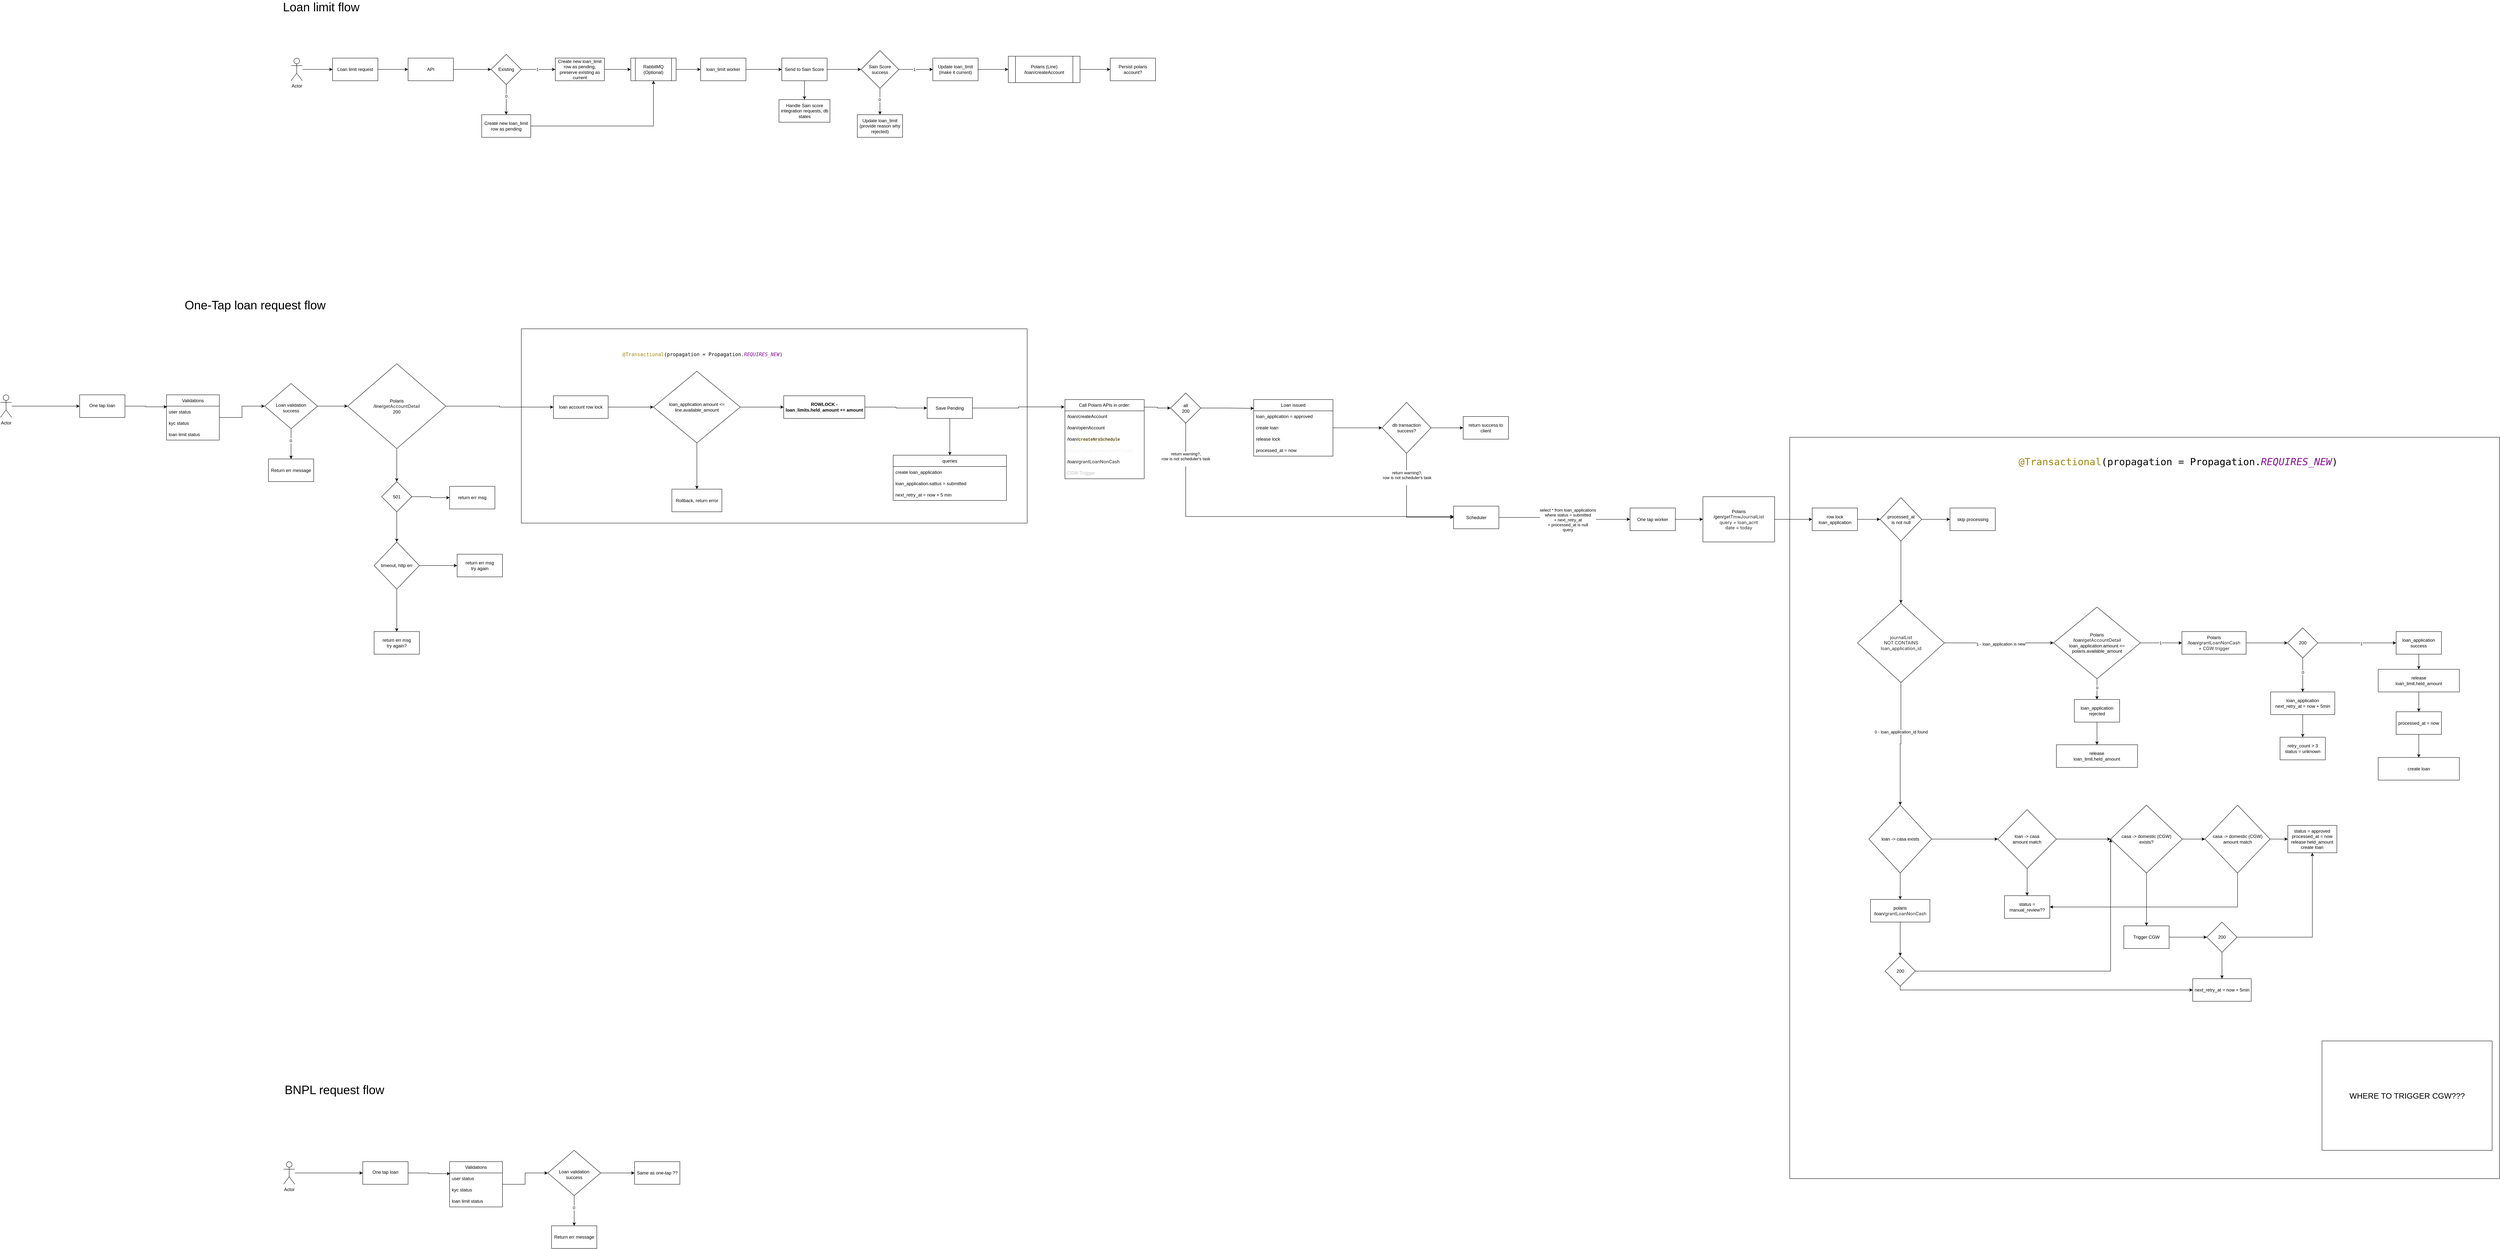
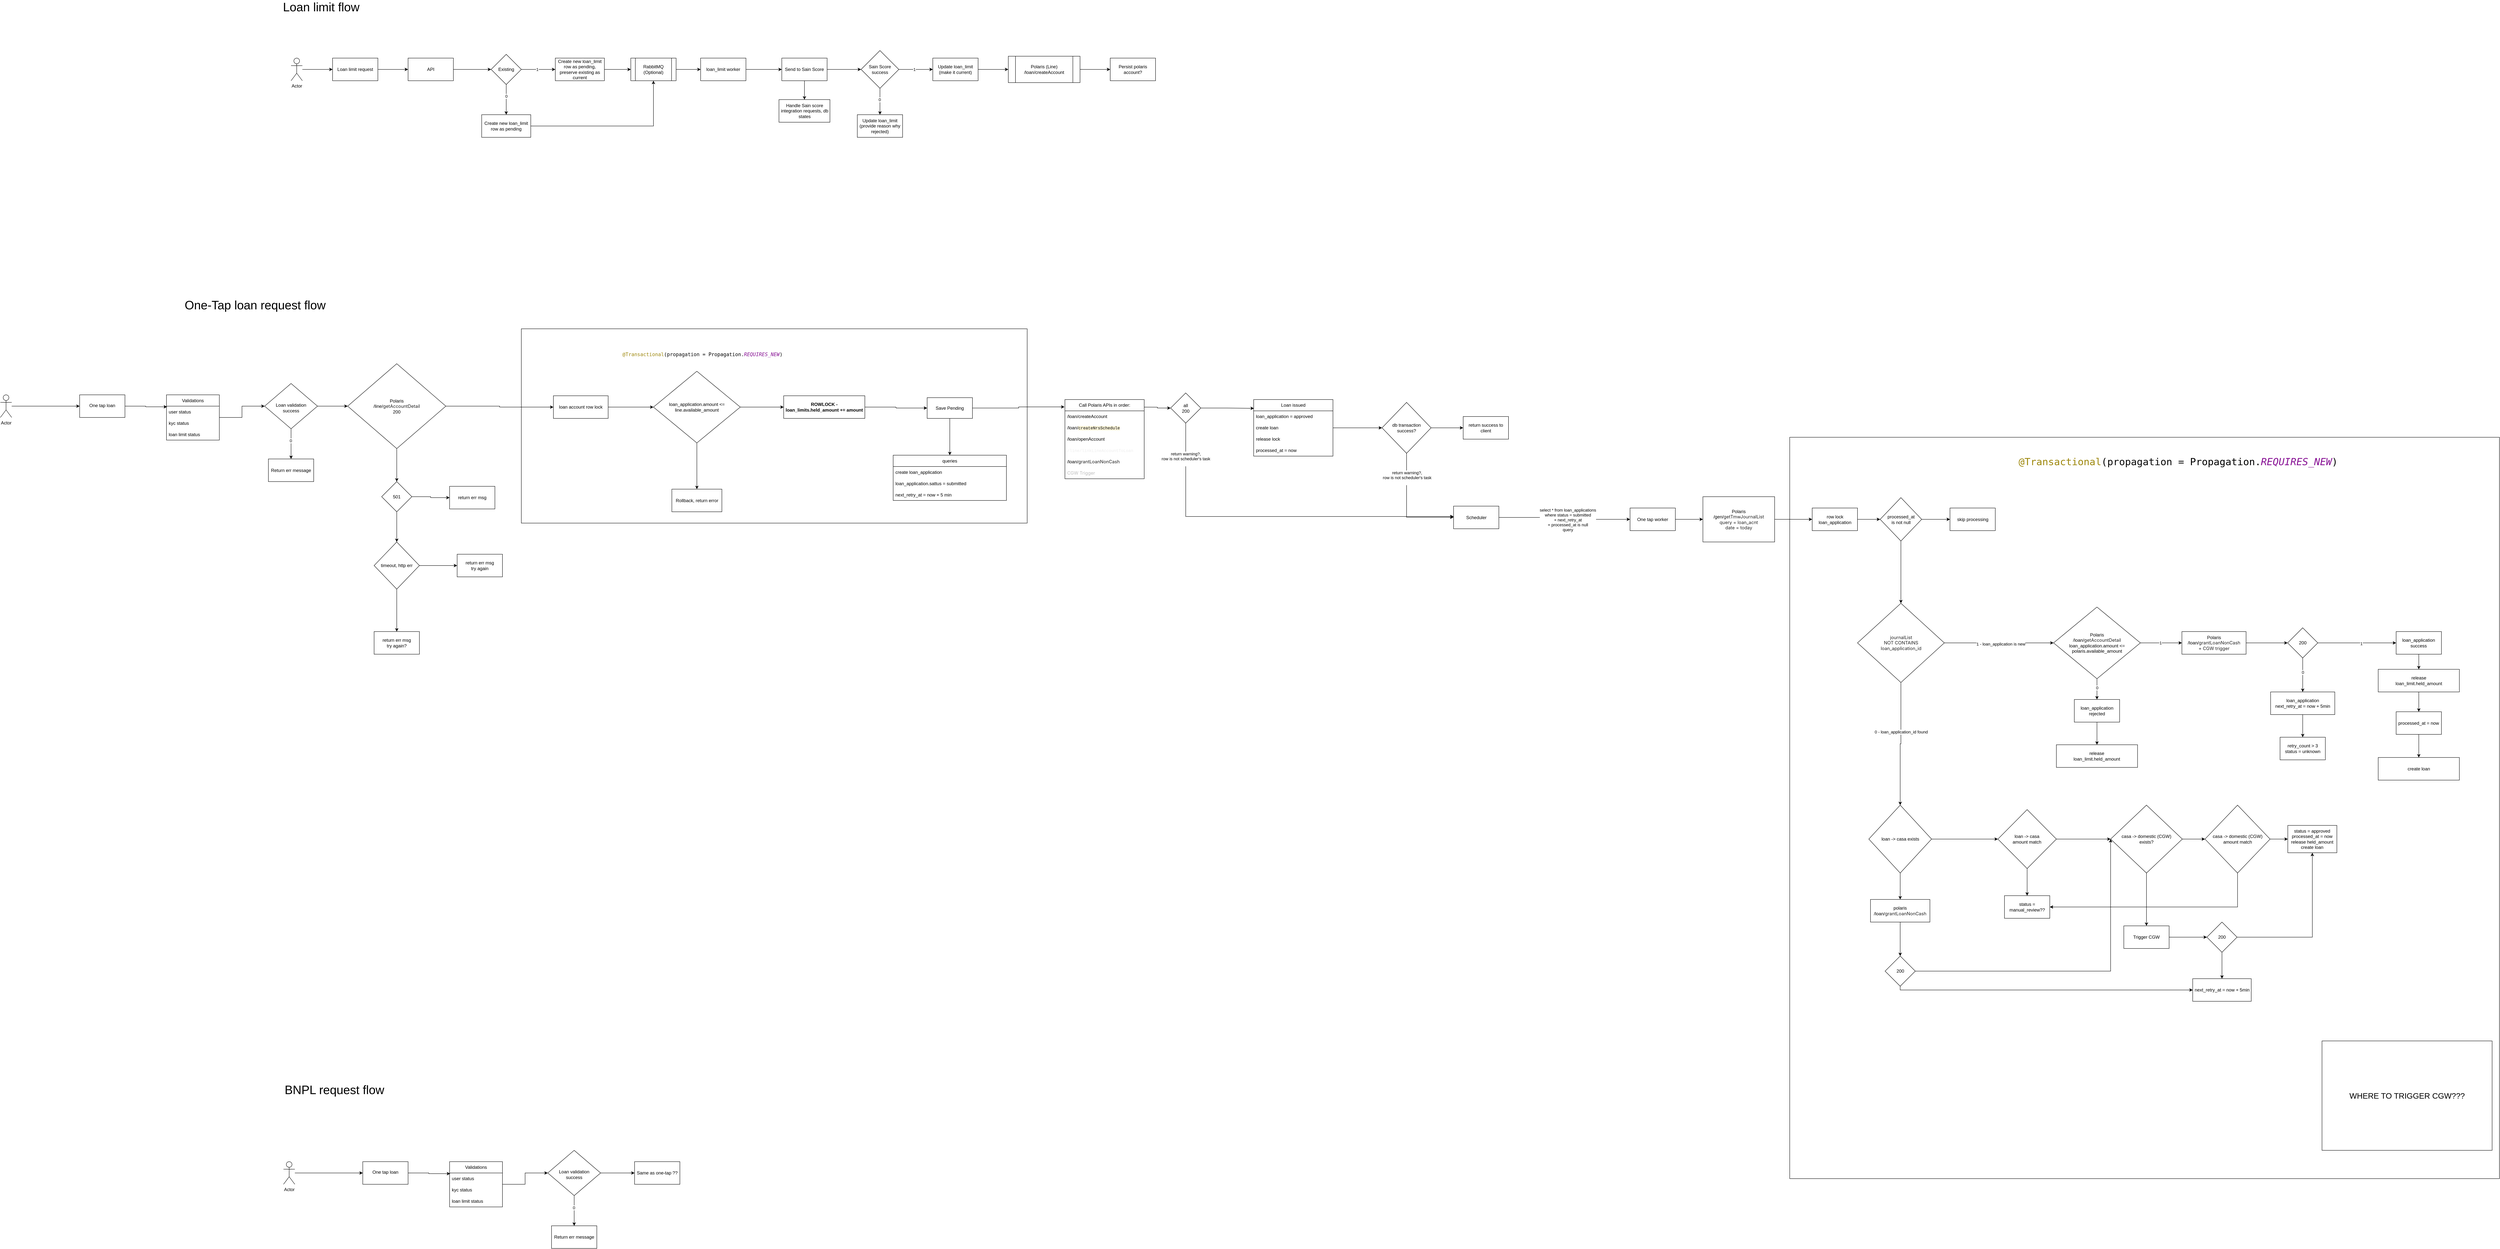
<mxfile host="app.diagrams.net">
  <diagram name="Page-1" id="VCBSuIh8bz7kurrQ0Zaz">
-     <mxGraphModel dx="1966" dy="653" grid="1" gridSize="10" guides="1" tooltips="1" connect="1" arrows="1" fold="1" page="1" pageScale="1" pageWidth="850" pageHeight="1100" math="0" shadow="0">
+     <mxGraphModel dx="1503" dy="382" grid="1" gridSize="10" guides="1" tooltips="1" connect="1" arrows="1" fold="1" page="1" pageScale="1" pageWidth="850" pageHeight="1100" math="0" shadow="0">
      <root>
        <mxCell id="0" />
        <mxCell id="1" parent="0" />
        <mxCell id="In8fDh9ZLN2M87an2Miy-188" parent="1" style="rounded=0;whiteSpace=wrap;html=1;movable=0;resizable=0;rotatable=0;deletable=0;editable=0;locked=1;connectable=0;" value="" vertex="1">
          <mxGeometry height="1965" width="1880" x="4010" y="1215" as="geometry" />
        </mxCell>
        <mxCell id="In8fDh9ZLN2M87an2Miy-172" parent="1" style="rounded=0;whiteSpace=wrap;html=1;movable=1;resizable=1;rotatable=1;deletable=1;editable=1;locked=0;connectable=1;" value="" vertex="1">
          <mxGeometry height="515" width="1340" x="650" y="927.5" as="geometry" />
        </mxCell>
        <mxCell id="KqixbsF9o6dLofBvsG9t-5" edge="1" parent="1" source="KqixbsF9o6dLofBvsG9t-1" style="edgeStyle=orthogonalEdgeStyle;rounded=0;orthogonalLoop=1;jettySize=auto;html=1;" target="KqixbsF9o6dLofBvsG9t-4" value="">
          <mxGeometry relative="1" as="geometry" />
        </mxCell>
        <mxCell id="KqixbsF9o6dLofBvsG9t-1" parent="1" style="rounded=0;whiteSpace=wrap;html=1;" value="Loan limit request" vertex="1">
          <mxGeometry height="60" width="120" x="150" y="210" as="geometry" />
        </mxCell>
        <mxCell id="KqixbsF9o6dLofBvsG9t-3" edge="1" parent="1" source="KqixbsF9o6dLofBvsG9t-2" style="edgeStyle=orthogonalEdgeStyle;rounded=0;orthogonalLoop=1;jettySize=auto;html=1;" target="KqixbsF9o6dLofBvsG9t-1" value="">
          <mxGeometry relative="1" as="geometry" />
        </mxCell>
        <mxCell id="KqixbsF9o6dLofBvsG9t-2" parent="1" style="shape=umlActor;verticalLabelPosition=bottom;verticalAlign=top;html=1;outlineConnect=0;" value="Actor" vertex="1">
          <mxGeometry height="60" width="30" x="40" y="210" as="geometry" />
        </mxCell>
        <mxCell id="KqixbsF9o6dLofBvsG9t-9" edge="1" parent="1" source="KqixbsF9o6dLofBvsG9t-4" style="edgeStyle=orthogonalEdgeStyle;rounded=0;orthogonalLoop=1;jettySize=auto;html=1;" target="KqixbsF9o6dLofBvsG9t-8" value="">
          <mxGeometry relative="1" as="geometry" />
        </mxCell>
        <mxCell id="KqixbsF9o6dLofBvsG9t-4" parent="1" style="rounded=0;whiteSpace=wrap;html=1;" value="API" vertex="1">
          <mxGeometry height="60" width="120" x="350" y="210" as="geometry" />
        </mxCell>
        <mxCell id="KqixbsF9o6dLofBvsG9t-11" edge="1" parent="1" source="KqixbsF9o6dLofBvsG9t-8" style="edgeStyle=orthogonalEdgeStyle;rounded=0;orthogonalLoop=1;jettySize=auto;html=1;" target="KqixbsF9o6dLofBvsG9t-10" value="">
          <mxGeometry relative="1" as="geometry" />
        </mxCell>
        <mxCell id="KqixbsF9o6dLofBvsG9t-12" connectable="0" parent="KqixbsF9o6dLofBvsG9t-11" style="edgeLabel;html=1;align=center;verticalAlign=middle;resizable=0;points=[];" value="1" vertex="1">
          <mxGeometry relative="1" x="-0.079" as="geometry">
            <mxPoint as="offset" />
          </mxGeometry>
        </mxCell>
        <mxCell id="KqixbsF9o6dLofBvsG9t-14" edge="1" parent="1" source="KqixbsF9o6dLofBvsG9t-8" style="edgeStyle=orthogonalEdgeStyle;rounded=0;orthogonalLoop=1;jettySize=auto;html=1;" target="KqixbsF9o6dLofBvsG9t-13" value="">
          <mxGeometry relative="1" as="geometry" />
        </mxCell>
        <mxCell id="KqixbsF9o6dLofBvsG9t-15" connectable="0" parent="KqixbsF9o6dLofBvsG9t-14" style="edgeLabel;html=1;align=center;verticalAlign=middle;resizable=0;points=[];" value="0" vertex="1">
          <mxGeometry relative="1" x="-0.2407" as="geometry">
            <mxPoint as="offset" />
          </mxGeometry>
        </mxCell>
        <mxCell id="KqixbsF9o6dLofBvsG9t-8" parent="1" style="rhombus;whiteSpace=wrap;html=1;rounded=0;" value="Existing" vertex="1">
          <mxGeometry height="80" width="80" x="570" y="200" as="geometry" />
        </mxCell>
        <mxCell id="KqixbsF9o6dLofBvsG9t-23" edge="1" parent="1" source="KqixbsF9o6dLofBvsG9t-10" style="edgeStyle=orthogonalEdgeStyle;rounded=0;orthogonalLoop=1;jettySize=auto;html=1;" target="KqixbsF9o6dLofBvsG9t-22" value="">
          <mxGeometry relative="1" as="geometry" />
        </mxCell>
        <mxCell id="KqixbsF9o6dLofBvsG9t-10" parent="1" style="whiteSpace=wrap;html=1;rounded=0;" value="Create new loan_limit row as pending, preserve existing as current" vertex="1">
          <mxGeometry height="60" width="130" x="740" y="210" as="geometry" />
        </mxCell>
        <mxCell id="KqixbsF9o6dLofBvsG9t-26" edge="1" parent="1" source="KqixbsF9o6dLofBvsG9t-13" style="edgeStyle=orthogonalEdgeStyle;rounded=0;orthogonalLoop=1;jettySize=auto;html=1;entryX=0.5;entryY=1;entryDx=0;entryDy=0;" target="KqixbsF9o6dLofBvsG9t-22">
          <mxGeometry relative="1" as="geometry" />
        </mxCell>
        <mxCell id="KqixbsF9o6dLofBvsG9t-13" parent="1" style="whiteSpace=wrap;html=1;rounded=0;" value="Create new loan_limit row as pending" vertex="1">
          <mxGeometry height="60" width="130" x="545" y="360" as="geometry" />
        </mxCell>
        <mxCell id="KqixbsF9o6dLofBvsG9t-25" edge="1" parent="1" source="KqixbsF9o6dLofBvsG9t-22" style="edgeStyle=orthogonalEdgeStyle;rounded=0;orthogonalLoop=1;jettySize=auto;html=1;" target="KqixbsF9o6dLofBvsG9t-24" value="">
          <mxGeometry relative="1" as="geometry" />
        </mxCell>
        <mxCell id="KqixbsF9o6dLofBvsG9t-22" parent="1" style="shape=process;whiteSpace=wrap;html=1;backgroundOutline=1;rounded=0;" value="RabbitMQ (Optional)" vertex="1">
          <mxGeometry height="60" width="120" x="940" y="210" as="geometry" />
        </mxCell>
        <mxCell id="KqixbsF9o6dLofBvsG9t-28" edge="1" parent="1" source="KqixbsF9o6dLofBvsG9t-24" style="edgeStyle=orthogonalEdgeStyle;rounded=0;orthogonalLoop=1;jettySize=auto;html=1;" target="KqixbsF9o6dLofBvsG9t-27" value="">
          <mxGeometry relative="1" as="geometry" />
        </mxCell>
        <mxCell id="KqixbsF9o6dLofBvsG9t-24" parent="1" style="whiteSpace=wrap;html=1;rounded=0;" value="loan_limit worker" vertex="1">
          <mxGeometry height="60" width="120" x="1125" y="210" as="geometry" />
        </mxCell>
        <mxCell id="KqixbsF9o6dLofBvsG9t-30" edge="1" parent="1" source="KqixbsF9o6dLofBvsG9t-27" style="edgeStyle=orthogonalEdgeStyle;rounded=0;orthogonalLoop=1;jettySize=auto;html=1;" target="KqixbsF9o6dLofBvsG9t-29" value="">
          <mxGeometry relative="1" as="geometry" />
        </mxCell>
        <mxCell id="KqixbsF9o6dLofBvsG9t-38" edge="1" parent="1" source="KqixbsF9o6dLofBvsG9t-27" style="edgeStyle=orthogonalEdgeStyle;rounded=0;orthogonalLoop=1;jettySize=auto;html=1;" target="KqixbsF9o6dLofBvsG9t-37" value="">
          <mxGeometry relative="1" as="geometry" />
        </mxCell>
        <mxCell id="KqixbsF9o6dLofBvsG9t-27" parent="1" style="whiteSpace=wrap;html=1;rounded=0;" value="Send to Sain Score" vertex="1">
          <mxGeometry height="60" width="120" x="1340" y="210" as="geometry" />
        </mxCell>
        <mxCell id="KqixbsF9o6dLofBvsG9t-32" edge="1" parent="1" source="KqixbsF9o6dLofBvsG9t-29" style="edgeStyle=orthogonalEdgeStyle;rounded=0;orthogonalLoop=1;jettySize=auto;html=1;" target="KqixbsF9o6dLofBvsG9t-31" value="">
          <mxGeometry relative="1" as="geometry" />
        </mxCell>
        <mxCell id="KqixbsF9o6dLofBvsG9t-33" connectable="0" parent="KqixbsF9o6dLofBvsG9t-32" style="edgeLabel;html=1;align=center;verticalAlign=middle;resizable=0;points=[];" value="1" vertex="1">
          <mxGeometry relative="1" x="-0.1048" as="geometry">
            <mxPoint as="offset" />
          </mxGeometry>
        </mxCell>
        <mxCell id="KqixbsF9o6dLofBvsG9t-35" edge="1" parent="1" source="KqixbsF9o6dLofBvsG9t-29" style="edgeStyle=orthogonalEdgeStyle;rounded=0;orthogonalLoop=1;jettySize=auto;html=1;" target="KqixbsF9o6dLofBvsG9t-34" value="">
          <mxGeometry relative="1" as="geometry" />
        </mxCell>
        <mxCell id="KqixbsF9o6dLofBvsG9t-36" connectable="0" parent="KqixbsF9o6dLofBvsG9t-35" style="edgeLabel;html=1;align=center;verticalAlign=middle;resizable=0;points=[];" value="0" vertex="1">
          <mxGeometry relative="1" x="-0.1429" y="-1" as="geometry">
            <mxPoint as="offset" />
          </mxGeometry>
        </mxCell>
        <mxCell id="KqixbsF9o6dLofBvsG9t-29" parent="1" style="rhombus;whiteSpace=wrap;html=1;rounded=0;" value="Sain Score success" vertex="1">
          <mxGeometry height="100" width="100" x="1550" y="190" as="geometry" />
        </mxCell>
        <mxCell id="KqixbsF9o6dLofBvsG9t-66" edge="1" parent="1" source="KqixbsF9o6dLofBvsG9t-31" style="edgeStyle=orthogonalEdgeStyle;rounded=0;orthogonalLoop=1;jettySize=auto;html=1;" target="KqixbsF9o6dLofBvsG9t-65" value="">
          <mxGeometry relative="1" as="geometry" />
        </mxCell>
        <mxCell id="KqixbsF9o6dLofBvsG9t-31" parent="1" style="whiteSpace=wrap;html=1;rounded=0;" value="Update loan_limit (make it current)" vertex="1">
          <mxGeometry height="60" width="120" x="1740" y="210" as="geometry" />
        </mxCell>
        <mxCell id="KqixbsF9o6dLofBvsG9t-34" parent="1" style="whiteSpace=wrap;html=1;rounded=0;" value="Update loan_limit&lt;br&gt;(provide reason why rejected)" vertex="1">
          <mxGeometry height="60" width="120" x="1540" y="360" as="geometry" />
        </mxCell>
        <mxCell id="KqixbsF9o6dLofBvsG9t-37" parent="1" style="whiteSpace=wrap;html=1;rounded=0;" value="Handle Sain score integration requests, db states" vertex="1">
          <mxGeometry height="60" width="135" x="1332.5" y="320" as="geometry" />
        </mxCell>
        <mxCell id="KqixbsF9o6dLofBvsG9t-40" parent="1" style="text;html=1;whiteSpace=wrap;strokeColor=none;fillColor=none;align=center;verticalAlign=middle;rounded=0;fontSize=32;" value="Loan limit flow" vertex="1">
          <mxGeometry height="30" width="260" x="-10" y="60" as="geometry" />
        </mxCell>
        <mxCell id="KqixbsF9o6dLofBvsG9t-74" edge="1" parent="1" source="KqixbsF9o6dLofBvsG9t-65" style="edgeStyle=orthogonalEdgeStyle;rounded=0;orthogonalLoop=1;jettySize=auto;html=1;" target="KqixbsF9o6dLofBvsG9t-73" value="">
          <mxGeometry relative="1" as="geometry" />
        </mxCell>
        <mxCell id="KqixbsF9o6dLofBvsG9t-65" parent="1" style="shape=process;whiteSpace=wrap;html=1;backgroundOutline=1;rounded=0;" value="Polaris (Line)&lt;br&gt;/loan/createAccount" vertex="1">
          <mxGeometry height="70" width="190" x="1940" y="205" as="geometry" />
        </mxCell>
        <mxCell id="KqixbsF9o6dLofBvsG9t-73" parent="1" style="whiteSpace=wrap;html=1;rounded=0;" value="Persist polaris account?" vertex="1">
          <mxGeometry height="60" width="120" x="2210" y="210" as="geometry" />
        </mxCell>
        <mxCell id="U8Ajh8Gpa-m2DNKNFQys-1" parent="1" style="text;html=1;whiteSpace=wrap;strokeColor=none;fillColor=none;align=center;verticalAlign=middle;rounded=0;fontSize=32;" value="One-Tap loan request flow" vertex="1">
          <mxGeometry height="30" width="470" x="-290" y="850" as="geometry" />
        </mxCell>
        <mxCell id="In8fDh9ZLN2M87an2Miy-1" edge="1" parent="1" source="In8fDh9ZLN2M87an2Miy-2" style="edgeStyle=orthogonalEdgeStyle;rounded=0;orthogonalLoop=1;jettySize=auto;html=1;" target="In8fDh9ZLN2M87an2Miy-4" value="">
          <mxGeometry relative="1" as="geometry" />
        </mxCell>
        <mxCell id="In8fDh9ZLN2M87an2Miy-2" parent="1" style="shape=umlActor;verticalLabelPosition=bottom;verticalAlign=top;html=1;outlineConnect=0;" value="Actor" vertex="1">
          <mxGeometry height="60" width="30" x="-730" y="1102.5" as="geometry" />
        </mxCell>
        <mxCell id="In8fDh9ZLN2M87an2Miy-3" edge="1" parent="1" source="In8fDh9ZLN2M87an2Miy-4" style="edgeStyle=orthogonalEdgeStyle;rounded=0;orthogonalLoop=1;jettySize=auto;html=1;entryX=0.011;entryY=0.06;entryDx=0;entryDy=0;entryPerimeter=0;" target="In8fDh9ZLN2M87an2Miy-28" value="">
          <mxGeometry relative="1" as="geometry">
            <mxPoint x="-310" y="1132.5" as="targetPoint" />
          </mxGeometry>
        </mxCell>
        <mxCell id="In8fDh9ZLN2M87an2Miy-4" parent="1" style="whiteSpace=wrap;html=1;verticalAlign=top;" value="&lt;div&gt;&lt;br&gt;&lt;/div&gt;&lt;div&gt;One tap loan&lt;/div&gt;" vertex="1">
          <mxGeometry height="60" width="120" x="-520" y="1102.5" as="geometry" />
        </mxCell>
        <mxCell id="In8fDh9ZLN2M87an2Miy-7" edge="1" parent="1" source="In8fDh9ZLN2M87an2Miy-9" style="edgeStyle=orthogonalEdgeStyle;rounded=0;orthogonalLoop=1;jettySize=auto;html=1;" target="In8fDh9ZLN2M87an2Miy-13" value="">
          <mxGeometry relative="1" as="geometry" />
        </mxCell>
        <mxCell id="In8fDh9ZLN2M87an2Miy-8" connectable="0" parent="In8fDh9ZLN2M87an2Miy-7" style="edgeLabel;html=1;align=center;verticalAlign=middle;resizable=0;points=[];" value="0" vertex="1">
          <mxGeometry relative="1" x="-0.2091" y="-1" as="geometry">
            <mxPoint as="offset" />
          </mxGeometry>
        </mxCell>
        <mxCell id="In8fDh9ZLN2M87an2Miy-230" edge="1" parent="1" source="In8fDh9ZLN2M87an2Miy-9" style="edgeStyle=orthogonalEdgeStyle;rounded=0;orthogonalLoop=1;jettySize=auto;html=1;" target="In8fDh9ZLN2M87an2Miy-228">
          <mxGeometry relative="1" as="geometry" />
        </mxCell>
        <mxCell id="In8fDh9ZLN2M87an2Miy-9" parent="1" style="rhombus;whiteSpace=wrap;html=1;verticalAlign=top;" value="&lt;br&gt;&lt;br&gt;&lt;div&gt;&lt;br&gt;&lt;/div&gt;&lt;div&gt;Loan validation&lt;br&gt;success&lt;/div&gt;" vertex="1">
          <mxGeometry height="120" width="140" x="-30" y="1072.5" as="geometry" />
        </mxCell>
        <mxCell id="In8fDh9ZLN2M87an2Miy-10" edge="1" parent="1" source="In8fDh9ZLN2M87an2Miy-12" style="edgeStyle=orthogonalEdgeStyle;rounded=0;orthogonalLoop=1;jettySize=auto;html=1;entryX=0.5;entryY=0;entryDx=0;entryDy=0;" target="In8fDh9ZLN2M87an2Miy-14">
          <mxGeometry relative="1" as="geometry" />
        </mxCell>
        <mxCell id="In8fDh9ZLN2M87an2Miy-54" edge="1" parent="1" source="In8fDh9ZLN2M87an2Miy-105" style="edgeStyle=orthogonalEdgeStyle;rounded=0;orthogonalLoop=1;jettySize=auto;html=1;exitX=1;exitY=0.5;exitDx=0;exitDy=0;" target="In8fDh9ZLN2M87an2Miy-53" value="">
          <mxGeometry relative="1" as="geometry">
            <mxPoint x="3329.5" y="1432.5" as="sourcePoint" />
          </mxGeometry>
        </mxCell>
        <mxCell id="In8fDh9ZLN2M87an2Miy-55" connectable="0" parent="In8fDh9ZLN2M87an2Miy-54" style="edgeLabel;html=1;align=center;verticalAlign=middle;resizable=0;points=[];" value="select * from loan_applications&lt;br&gt;where status = submitted&lt;br&gt;+ next_retry_at&lt;br&gt;+ processed_at is null&lt;br&gt;query" vertex="1">
          <mxGeometry relative="1" x="0.0637" y="-1" as="geometry">
            <mxPoint as="offset" />
          </mxGeometry>
        </mxCell>
        <mxCell id="In8fDh9ZLN2M87an2Miy-246" edge="1" parent="1" source="In8fDh9ZLN2M87an2Miy-12" style="edgeStyle=orthogonalEdgeStyle;rounded=0;orthogonalLoop=1;jettySize=auto;html=1;entryX=-0.006;entryY=0.093;entryDx=0;entryDy=0;entryPerimeter=0;" target="In8fDh9ZLN2M87an2Miy-247">
          <mxGeometry relative="1" as="geometry">
            <mxPoint x="2090" y="1137.5" as="targetPoint" />
          </mxGeometry>
        </mxCell>
        <mxCell id="In8fDh9ZLN2M87an2Miy-12" parent="1" style="whiteSpace=wrap;html=1;verticalAlign=middle;" value="Save Pending" vertex="1">
          <mxGeometry height="55" width="120" x="1725" y="1110" as="geometry" />
        </mxCell>
        <mxCell id="In8fDh9ZLN2M87an2Miy-13" parent="1" style="whiteSpace=wrap;html=1;verticalAlign=middle;" value="Return err message" vertex="1">
          <mxGeometry height="60" width="120" x="-20" y="1272.5" as="geometry" />
        </mxCell>
        <mxCell id="In8fDh9ZLN2M87an2Miy-14" parent="1" style="swimlane;fontStyle=0;childLayout=stackLayout;horizontal=1;startSize=30;horizontalStack=0;resizeParent=1;resizeParentMax=0;resizeLast=0;collapsible=1;marginBottom=0;whiteSpace=wrap;html=1;" value="queries" vertex="1">
          <mxGeometry height="120" width="300" x="1635" y="1262.5" as="geometry" />
        </mxCell>
        <mxCell id="In8fDh9ZLN2M87an2Miy-15" parent="In8fDh9ZLN2M87an2Miy-14" style="text;strokeColor=none;fillColor=none;align=left;verticalAlign=middle;spacingLeft=4;spacingRight=4;overflow=hidden;points=[[0,0.5],[1,0.5]];portConstraint=eastwest;rotatable=0;whiteSpace=wrap;html=1;" value="create loan_application" vertex="1">
          <mxGeometry height="30" width="300" y="30" as="geometry" />
        </mxCell>
        <mxCell id="In8fDh9ZLN2M87an2Miy-104" parent="In8fDh9ZLN2M87an2Miy-14" style="text;strokeColor=none;fillColor=none;align=left;verticalAlign=middle;spacingLeft=4;spacingRight=4;overflow=hidden;points=[[0,0.5],[1,0.5]];portConstraint=eastwest;rotatable=0;whiteSpace=wrap;html=1;" value="loan_application.sattus = submitted" vertex="1">
          <mxGeometry height="30" width="300" y="60" as="geometry" />
        </mxCell>
        <mxCell id="In8fDh9ZLN2M87an2Miy-17" parent="In8fDh9ZLN2M87an2Miy-14" style="text;strokeColor=none;fillColor=none;align=left;verticalAlign=middle;spacingLeft=4;spacingRight=4;overflow=hidden;points=[[0,0.5],[1,0.5]];portConstraint=eastwest;rotatable=0;whiteSpace=wrap;html=1;" value="next_retry_at = now + 5 min" vertex="1">
          <mxGeometry height="30" width="300" y="90" as="geometry" />
        </mxCell>
        <mxCell id="In8fDh9ZLN2M87an2Miy-32" edge="1" parent="1" source="In8fDh9ZLN2M87an2Miy-27" style="edgeStyle=orthogonalEdgeStyle;rounded=0;orthogonalLoop=1;jettySize=auto;html=1;entryX=0;entryY=0.5;entryDx=0;entryDy=0;" target="In8fDh9ZLN2M87an2Miy-9">
          <mxGeometry relative="1" as="geometry" />
        </mxCell>
        <mxCell id="In8fDh9ZLN2M87an2Miy-27" parent="1" style="swimlane;fontStyle=0;childLayout=stackLayout;horizontal=1;startSize=30;horizontalStack=0;resizeParent=1;resizeParentMax=0;resizeLast=0;collapsible=1;marginBottom=0;whiteSpace=wrap;html=1;" value="Validations" vertex="1">
          <mxGeometry height="120" width="140" x="-290" y="1102.5" as="geometry" />
        </mxCell>
        <mxCell id="In8fDh9ZLN2M87an2Miy-28" parent="In8fDh9ZLN2M87an2Miy-27" style="text;strokeColor=none;fillColor=none;align=left;verticalAlign=middle;spacingLeft=4;spacingRight=4;overflow=hidden;points=[[0,0.5],[1,0.5]];portConstraint=eastwest;rotatable=0;whiteSpace=wrap;html=1;" value="user status" vertex="1">
          <mxGeometry height="30" width="140" y="30" as="geometry" />
        </mxCell>
        <mxCell id="In8fDh9ZLN2M87an2Miy-29" parent="In8fDh9ZLN2M87an2Miy-27" style="text;strokeColor=none;fillColor=none;align=left;verticalAlign=middle;spacingLeft=4;spacingRight=4;overflow=hidden;points=[[0,0.5],[1,0.5]];portConstraint=eastwest;rotatable=0;whiteSpace=wrap;html=1;" value="kyc status" vertex="1">
          <mxGeometry height="30" width="140" y="60" as="geometry" />
        </mxCell>
        <mxCell id="In8fDh9ZLN2M87an2Miy-33" parent="In8fDh9ZLN2M87an2Miy-27" style="text;strokeColor=none;fillColor=none;align=left;verticalAlign=middle;spacingLeft=4;spacingRight=4;overflow=hidden;points=[[0,0.5],[1,0.5]];portConstraint=eastwest;rotatable=0;whiteSpace=wrap;html=1;" value="loan limit status" vertex="1">
          <mxGeometry height="30" width="140" y="90" as="geometry" />
        </mxCell>
        <mxCell id="In8fDh9ZLN2M87an2Miy-116" edge="1" parent="1" source="In8fDh9ZLN2M87an2Miy-53" style="edgeStyle=orthogonalEdgeStyle;rounded=0;orthogonalLoop=1;jettySize=auto;html=1;entryX=0;entryY=0.5;entryDx=0;entryDy=0;" target="In8fDh9ZLN2M87an2Miy-68">
          <mxGeometry relative="1" as="geometry" />
        </mxCell>
        <mxCell id="In8fDh9ZLN2M87an2Miy-53" parent="1" style="whiteSpace=wrap;html=1;" value="One tap worker" vertex="1">
          <mxGeometry height="60" width="120" x="3587" y="1402.5" as="geometry" />
        </mxCell>
        <mxCell id="In8fDh9ZLN2M87an2Miy-67" edge="1" parent="1" source="In8fDh9ZLN2M87an2Miy-58" style="edgeStyle=orthogonalEdgeStyle;rounded=0;orthogonalLoop=1;jettySize=auto;html=1;entryX=0;entryY=0.5;entryDx=0;entryDy=0;" target="In8fDh9ZLN2M87an2Miy-66" value="">
          <mxGeometry relative="1" as="geometry">
            <mxPoint x="5343.87" y="1760" as="targetPoint" />
          </mxGeometry>
        </mxCell>
        <mxCell id="In8fDh9ZLN2M87an2Miy-58" parent="1" style="whiteSpace=wrap;html=1;" value="Polaris /loan/&lt;span style=&quot;color: rgb(33, 33, 33); font-family: Inter, system-ui, -apple-system, &amp;quot;system-ui&amp;quot;, &amp;quot;Segoe UI&amp;quot;, Roboto, Oxygen, Ubuntu, Cantarell, &amp;quot;Fira Sans&amp;quot;, &amp;quot;Droid Sans&amp;quot;, Helvetica, Arial, sans-serif; text-align: left; white-space: pre-wrap; background-color: rgb(255, 255, 255);&quot;&gt;grantLoanNonCash&lt;br/&gt;+ CGW trigger&lt;/span&gt;" vertex="1">
          <mxGeometry height="60" width="170" x="5048.87" y="1730" as="geometry" />
        </mxCell>
        <mxCell id="In8fDh9ZLN2M87an2Miy-62" edge="1" parent="1" source="In8fDh9ZLN2M87an2Miy-59" style="edgeStyle=orthogonalEdgeStyle;rounded=0;orthogonalLoop=1;jettySize=auto;html=1;" target="In8fDh9ZLN2M87an2Miy-61" value="">
          <mxGeometry relative="1" as="geometry" />
        </mxCell>
        <mxCell id="In8fDh9ZLN2M87an2Miy-91" connectable="0" parent="In8fDh9ZLN2M87an2Miy-62" style="edgeLabel;html=1;align=center;verticalAlign=middle;resizable=0;points=[];" value="0" vertex="1">
          <mxGeometry relative="1" x="-0.1431" as="geometry">
            <mxPoint as="offset" />
          </mxGeometry>
        </mxCell>
        <mxCell id="In8fDh9ZLN2M87an2Miy-65" edge="1" parent="1" source="In8fDh9ZLN2M87an2Miy-59" style="edgeStyle=orthogonalEdgeStyle;rounded=0;orthogonalLoop=1;jettySize=auto;html=1;" target="In8fDh9ZLN2M87an2Miy-58">
          <mxGeometry relative="1" as="geometry" />
        </mxCell>
        <mxCell id="In8fDh9ZLN2M87an2Miy-90" connectable="0" parent="In8fDh9ZLN2M87an2Miy-65" style="edgeLabel;html=1;align=center;verticalAlign=middle;resizable=0;points=[];" value="1" vertex="1">
          <mxGeometry relative="1" x="-0.0451" as="geometry">
            <mxPoint as="offset" />
          </mxGeometry>
        </mxCell>
        <mxCell id="In8fDh9ZLN2M87an2Miy-59" parent="1" style="rhombus;whiteSpace=wrap;html=1;" value="Polaris&lt;br&gt;/loan/&lt;span style=&quot;color: rgb(33, 33, 33); font-family: Inter, system-ui, -apple-system, &amp;quot;system-ui&amp;quot;, &amp;quot;Segoe UI&amp;quot;, Roboto, Oxygen, Ubuntu, Cantarell, &amp;quot;Fira Sans&amp;quot;, &amp;quot;Droid Sans&amp;quot;, Helvetica, Arial, sans-serif; text-align: left; white-space: pre-wrap; background-color: rgb(255, 255, 255);&quot;&gt;getAccountDetail&lt;/span&gt;&lt;br&gt;loan_application.amount &amp;lt;= polaris.available_amount" vertex="1">
          <mxGeometry height="190" width="230" x="4708.87" y="1665" as="geometry" />
        </mxCell>
        <mxCell id="In8fDh9ZLN2M87an2Miy-64" edge="1" parent="1" source="In8fDh9ZLN2M87an2Miy-61" style="edgeStyle=orthogonalEdgeStyle;rounded=0;orthogonalLoop=1;jettySize=auto;html=1;" target="In8fDh9ZLN2M87an2Miy-63" value="">
          <mxGeometry relative="1" as="geometry" />
        </mxCell>
        <mxCell id="In8fDh9ZLN2M87an2Miy-61" parent="1" style="whiteSpace=wrap;html=1;" value="loan_application&lt;br&gt;rejected" vertex="1">
          <mxGeometry height="60" width="120" x="4763.87" y="1910" as="geometry" />
        </mxCell>
        <mxCell id="In8fDh9ZLN2M87an2Miy-63" parent="1" style="whiteSpace=wrap;html=1;" value="release &lt;br&gt;loan_limit.held_amount" vertex="1">
          <mxGeometry height="60" width="215" x="4716.37" y="2030" as="geometry" />
        </mxCell>
        <mxCell id="In8fDh9ZLN2M87an2Miy-81" edge="1" parent="1" source="In8fDh9ZLN2M87an2Miy-66" style="edgeStyle=orthogonalEdgeStyle;rounded=0;orthogonalLoop=1;jettySize=auto;html=1;entryX=0;entryY=0.5;entryDx=0;entryDy=0;" target="In8fDh9ZLN2M87an2Miy-79">
          <mxGeometry relative="1" as="geometry" />
        </mxCell>
        <mxCell id="In8fDh9ZLN2M87an2Miy-92" connectable="0" parent="In8fDh9ZLN2M87an2Miy-81" style="edgeLabel;html=1;align=center;verticalAlign=middle;resizable=0;points=[];" value="1" vertex="1">
          <mxGeometry relative="1" x="0.1055" y="-2" as="geometry">
            <mxPoint as="offset" />
          </mxGeometry>
        </mxCell>
        <mxCell id="In8fDh9ZLN2M87an2Miy-83" edge="1" parent="1" source="In8fDh9ZLN2M87an2Miy-66" style="edgeStyle=orthogonalEdgeStyle;rounded=0;orthogonalLoop=1;jettySize=auto;html=1;" target="In8fDh9ZLN2M87an2Miy-82" value="">
          <mxGeometry relative="1" as="geometry" />
        </mxCell>
        <mxCell id="In8fDh9ZLN2M87an2Miy-93" connectable="0" parent="In8fDh9ZLN2M87an2Miy-83" style="edgeLabel;html=1;align=center;verticalAlign=middle;resizable=0;points=[];" value="0" vertex="1">
          <mxGeometry relative="1" x="-0.1623" as="geometry">
            <mxPoint as="offset" />
          </mxGeometry>
        </mxCell>
        <mxCell id="In8fDh9ZLN2M87an2Miy-66" parent="1" style="rhombus;whiteSpace=wrap;html=1;" value="200" vertex="1">
          <mxGeometry height="80" width="80" x="5328.87" y="1720" as="geometry" />
        </mxCell>
        <mxCell id="In8fDh9ZLN2M87an2Miy-119" edge="1" parent="1" source="In8fDh9ZLN2M87an2Miy-68" style="edgeStyle=orthogonalEdgeStyle;rounded=0;orthogonalLoop=1;jettySize=auto;html=1;" target="In8fDh9ZLN2M87an2Miy-118" value="">
          <mxGeometry relative="1" as="geometry" />
        </mxCell>
        <mxCell id="In8fDh9ZLN2M87an2Miy-68" parent="1" style="whiteSpace=wrap;html=1;" value="Polaris&lt;br&gt;/gen/&lt;span style=&quot;white-space: pre-wrap; color: rgb(33, 33, 33); font-family: Inter, system-ui, -apple-system, &amp;quot;system-ui&amp;quot;, &amp;quot;Segoe UI&amp;quot;, Roboto, Oxygen, Ubuntu, Cantarell, &amp;quot;Fira Sans&amp;quot;, &amp;quot;Droid Sans&amp;quot;, Helvetica, Arial, sans-serif; text-align: left; background-color: rgb(255, 255, 255);&quot;&gt;getTmwJournalList&lt;br&gt;query = loan_acnt&lt;br/&gt;date = today&lt;/span&gt;" vertex="1">
          <mxGeometry height="120" width="190" x="3780" y="1372.5" as="geometry" />
        </mxCell>
        <mxCell id="In8fDh9ZLN2M87an2Miy-71" edge="1" parent="1" source="In8fDh9ZLN2M87an2Miy-69" style="edgeStyle=orthogonalEdgeStyle;rounded=0;orthogonalLoop=1;jettySize=auto;html=1;entryX=0;entryY=0.5;entryDx=0;entryDy=0;" target="In8fDh9ZLN2M87an2Miy-59">
          <mxGeometry relative="1" as="geometry" />
        </mxCell>
        <mxCell id="In8fDh9ZLN2M87an2Miy-77" connectable="0" parent="In8fDh9ZLN2M87an2Miy-71" style="edgeLabel;html=1;align=center;verticalAlign=middle;resizable=0;points=[];" value="1 - loan_application is new" vertex="1">
          <mxGeometry relative="1" x="0.0312" y="-3" as="geometry">
            <mxPoint as="offset" />
          </mxGeometry>
        </mxCell>
        <mxCell id="In8fDh9ZLN2M87an2Miy-73" edge="1" parent="1" source="In8fDh9ZLN2M87an2Miy-69" style="edgeStyle=orthogonalEdgeStyle;rounded=0;orthogonalLoop=1;jettySize=auto;html=1;entryX=0.5;entryY=0;entryDx=0;entryDy=0;" target="In8fDh9ZLN2M87an2Miy-111" value="">
          <mxGeometry relative="1" as="geometry">
            <mxPoint x="4303.87" y="1960" as="targetPoint" />
          </mxGeometry>
        </mxCell>
        <mxCell id="In8fDh9ZLN2M87an2Miy-74" connectable="0" parent="In8fDh9ZLN2M87an2Miy-73" style="edgeLabel;html=1;align=center;verticalAlign=middle;resizable=0;points=[];" value="0 - loan_application_id found" vertex="1">
          <mxGeometry relative="1" x="-0.1975" as="geometry">
            <mxPoint as="offset" />
          </mxGeometry>
        </mxCell>
        <mxCell id="In8fDh9ZLN2M87an2Miy-69" parent="1" style="rhombus;whiteSpace=wrap;html=1;verticalAlign=middle;" value="&lt;div style=&quot;text-align: center;&quot;&gt;&lt;span style=&quot;background-color: light-dark(rgb(255, 255, 255), rgb(18, 18, 18)); color: light-dark(rgb(33, 33, 33), rgb(209, 209, 209)); font-family: Inter, system-ui, -apple-system, &amp;quot;system-ui&amp;quot;, &amp;quot;Segoe UI&amp;quot;, Roboto, Oxygen, Ubuntu, Cantarell, &amp;quot;Fira Sans&amp;quot;, &amp;quot;Droid Sans&amp;quot;, Helvetica, Arial, sans-serif; text-align: left; white-space: pre-wrap;&quot;&gt;journalList&lt;br&gt;NOT CONTAINS&lt;/span&gt;&lt;/div&gt;&lt;span style=&quot;white-space: pre-wrap; color: rgb(33, 33, 33); font-family: Inter, system-ui, -apple-system, &amp;quot;system-ui&amp;quot;, &amp;quot;Segoe UI&amp;quot;, Roboto, Oxygen, Ubuntu, Cantarell, &amp;quot;Fira Sans&amp;quot;, &amp;quot;Droid Sans&amp;quot;, Helvetica, Arial, sans-serif; text-align: left; background-color: rgb(255, 255, 255);&quot;&gt;loan_application_id&lt;/span&gt;" vertex="1">
          <mxGeometry height="210" width="230" x="4189.5" y="1655" as="geometry" />
        </mxCell>
        <mxCell id="In8fDh9ZLN2M87an2Miy-78" edge="1" parent="1" source="In8fDh9ZLN2M87an2Miy-79" style="edgeStyle=orthogonalEdgeStyle;rounded=0;orthogonalLoop=1;jettySize=auto;html=1;" target="In8fDh9ZLN2M87an2Miy-80" value="">
          <mxGeometry relative="1" as="geometry" />
        </mxCell>
        <mxCell id="In8fDh9ZLN2M87an2Miy-79" parent="1" style="whiteSpace=wrap;html=1;" value="loan_application&lt;br&gt;success" vertex="1">
          <mxGeometry height="60" width="120" x="5616.37" y="1730" as="geometry" />
        </mxCell>
        <mxCell id="In8fDh9ZLN2M87an2Miy-132" edge="1" parent="1" source="In8fDh9ZLN2M87an2Miy-80" style="edgeStyle=orthogonalEdgeStyle;rounded=0;orthogonalLoop=1;jettySize=auto;html=1;" target="In8fDh9ZLN2M87an2Miy-131" value="">
          <mxGeometry relative="1" as="geometry" />
        </mxCell>
        <mxCell id="In8fDh9ZLN2M87an2Miy-80" parent="1" style="whiteSpace=wrap;html=1;" value="release &lt;br&gt;loan_limit.held_amount" vertex="1">
          <mxGeometry height="60" width="215" x="5568.87" y="1830" as="geometry" />
        </mxCell>
        <mxCell id="In8fDh9ZLN2M87an2Miy-95" edge="1" parent="1" source="In8fDh9ZLN2M87an2Miy-82" style="edgeStyle=orthogonalEdgeStyle;rounded=0;orthogonalLoop=1;jettySize=auto;html=1;" target="In8fDh9ZLN2M87an2Miy-94" value="">
          <mxGeometry relative="1" as="geometry" />
        </mxCell>
        <mxCell id="In8fDh9ZLN2M87an2Miy-82" parent="1" style="whiteSpace=wrap;html=1;" value="loan_application&lt;br&gt;next_retry_at = now + 5min" vertex="1">
          <mxGeometry height="60" width="170" x="5283.87" y="1890" as="geometry" />
        </mxCell>
        <mxCell id="In8fDh9ZLN2M87an2Miy-88" parent="1" style="whiteSpace=wrap;html=1;" value="create loan" vertex="1">
          <mxGeometry height="60" width="215" x="5568.87" y="2063.75" as="geometry" />
        </mxCell>
        <mxCell id="In8fDh9ZLN2M87an2Miy-94" parent="1" style="whiteSpace=wrap;html=1;" value="retry_count &amp;gt; 3&lt;br&gt;status = unknown" vertex="1">
          <mxGeometry height="60" width="120" x="5308.87" y="2010" as="geometry" />
        </mxCell>
        <mxCell id="In8fDh9ZLN2M87an2Miy-105" parent="1" style="rounded=0;whiteSpace=wrap;html=1;" value="Scheduler" vertex="1">
          <mxGeometry height="60" width="120" x="3119.5" y="1397.5" as="geometry" />
        </mxCell>
        <mxCell id="In8fDh9ZLN2M87an2Miy-127" edge="1" parent="1" source="In8fDh9ZLN2M87an2Miy-111" style="edgeStyle=orthogonalEdgeStyle;rounded=0;orthogonalLoop=1;jettySize=auto;html=1;" target="In8fDh9ZLN2M87an2Miy-126" value="">
          <mxGeometry relative="1" as="geometry" />
        </mxCell>
        <mxCell id="In8fDh9ZLN2M87an2Miy-135" edge="1" parent="1" source="In8fDh9ZLN2M87an2Miy-111" style="edgeStyle=orthogonalEdgeStyle;rounded=0;orthogonalLoop=1;jettySize=auto;html=1;entryX=0;entryY=0.5;entryDx=0;entryDy=0;" target="In8fDh9ZLN2M87an2Miy-222">
          <mxGeometry relative="1" as="geometry">
            <mxPoint x="4520" y="2280" as="targetPoint" />
          </mxGeometry>
        </mxCell>
        <mxCell id="In8fDh9ZLN2M87an2Miy-111" parent="1" style="rhombus;whiteSpace=wrap;html=1;" value="loan -&amp;gt; casa exists" vertex="1">
          <mxGeometry height="180" width="166.25" x="4219.5" y="2190" as="geometry" />
        </mxCell>
        <mxCell id="In8fDh9ZLN2M87an2Miy-113" parent="1" style="whiteSpace=wrap;html=1;" value="status = approved&lt;br&gt;processed_at = now&lt;br&gt;release held_amount&lt;br&gt;create loan" vertex="1">
          <mxGeometry height="72.5" width="130" x="5329.37" y="2243.75" as="geometry" />
        </mxCell>
        <mxCell id="In8fDh9ZLN2M87an2Miy-122" edge="1" parent="1" source="In8fDh9ZLN2M87an2Miy-118" style="edgeStyle=orthogonalEdgeStyle;rounded=0;orthogonalLoop=1;jettySize=auto;html=1;" target="In8fDh9ZLN2M87an2Miy-121" value="">
          <mxGeometry relative="1" as="geometry" />
        </mxCell>
        <mxCell id="In8fDh9ZLN2M87an2Miy-118" parent="1" style="whiteSpace=wrap;html=1;" value="row lock&lt;br&gt;loan_application" vertex="1">
          <mxGeometry height="60" width="120" x="4069.5" y="1402.5" as="geometry" />
        </mxCell>
        <mxCell id="In8fDh9ZLN2M87an2Miy-124" edge="1" parent="1" source="In8fDh9ZLN2M87an2Miy-121" style="edgeStyle=orthogonalEdgeStyle;rounded=0;orthogonalLoop=1;jettySize=auto;html=1;" target="In8fDh9ZLN2M87an2Miy-123" value="">
          <mxGeometry relative="1" as="geometry" />
        </mxCell>
        <mxCell id="In8fDh9ZLN2M87an2Miy-125" edge="1" parent="1" source="In8fDh9ZLN2M87an2Miy-121" style="edgeStyle=orthogonalEdgeStyle;rounded=0;orthogonalLoop=1;jettySize=auto;html=1;entryX=0.5;entryY=0;entryDx=0;entryDy=0;" target="In8fDh9ZLN2M87an2Miy-69">
          <mxGeometry relative="1" as="geometry" />
        </mxCell>
        <mxCell id="In8fDh9ZLN2M87an2Miy-121" parent="1" style="rhombus;whiteSpace=wrap;html=1;" value="processed_at &lt;br&gt;is not null" vertex="1">
          <mxGeometry height="115" width="110" x="4249.5" y="1375" as="geometry" />
        </mxCell>
        <mxCell id="In8fDh9ZLN2M87an2Miy-123" parent="1" style="whiteSpace=wrap;html=1;" value="skip processing" vertex="1">
          <mxGeometry height="60" width="120" x="4434.5" y="1402.5" as="geometry" />
        </mxCell>
        <mxCell id="In8fDh9ZLN2M87an2Miy-216" edge="1" parent="1" source="In8fDh9ZLN2M87an2Miy-126" style="edgeStyle=orthogonalEdgeStyle;rounded=0;orthogonalLoop=1;jettySize=auto;html=1;entryX=0.5;entryY=0;entryDx=0;entryDy=0;" target="In8fDh9ZLN2M87an2Miy-214">
          <mxGeometry relative="1" as="geometry" />
        </mxCell>
        <mxCell id="In8fDh9ZLN2M87an2Miy-126" parent="1" style="whiteSpace=wrap;html=1;" value="polaris&lt;br&gt;/loan/&lt;span style=&quot;white-space: pre-wrap; color: rgb(33, 33, 33); font-family: Inter, system-ui, -apple-system, &amp;quot;system-ui&amp;quot;, &amp;quot;Segoe UI&amp;quot;, Roboto, Oxygen, Ubuntu, Cantarell, &amp;quot;Fira Sans&amp;quot;, &amp;quot;Droid Sans&amp;quot;, Helvetica, Arial, sans-serif; text-align: left; background-color: rgb(255, 255, 255);&quot;&gt;grantLoanNonCash&lt;/span&gt;" vertex="1">
          <mxGeometry height="60" width="157.38" x="4223.93" y="2440" as="geometry" />
        </mxCell>
        <mxCell id="In8fDh9ZLN2M87an2Miy-130" parent="1" style="rounded=0;whiteSpace=wrap;html=1;fontSize=21;" value="WHERE TO TRIGGER CGW???" vertex="1">
          <mxGeometry height="290" width="450.63" x="5420" y="2815" as="geometry" />
        </mxCell>
        <mxCell id="In8fDh9ZLN2M87an2Miy-133" edge="1" parent="1" source="In8fDh9ZLN2M87an2Miy-131" style="edgeStyle=orthogonalEdgeStyle;rounded=0;orthogonalLoop=1;jettySize=auto;html=1;" target="In8fDh9ZLN2M87an2Miy-88" value="">
          <mxGeometry relative="1" as="geometry" />
        </mxCell>
        <mxCell id="In8fDh9ZLN2M87an2Miy-131" parent="1" style="whiteSpace=wrap;html=1;" value="processed_at = now" vertex="1">
          <mxGeometry height="60" width="120" x="5616.37" y="1942.5" as="geometry" />
        </mxCell>
        <mxCell id="In8fDh9ZLN2M87an2Miy-141" edge="1" parent="1" source="In8fDh9ZLN2M87an2Miy-134" style="edgeStyle=orthogonalEdgeStyle;rounded=0;orthogonalLoop=1;jettySize=auto;html=1;entryX=0;entryY=0.5;entryDx=0;entryDy=0;" target="In8fDh9ZLN2M87an2Miy-139">
          <mxGeometry relative="1" as="geometry" />
        </mxCell>
        <mxCell id="In8fDh9ZLN2M87an2Miy-145" edge="1" parent="1" source="In8fDh9ZLN2M87an2Miy-134" style="edgeStyle=orthogonalEdgeStyle;rounded=0;orthogonalLoop=1;jettySize=auto;html=1;" target="In8fDh9ZLN2M87an2Miy-144" value="">
          <mxGeometry relative="1" as="geometry" />
        </mxCell>
        <mxCell id="In8fDh9ZLN2M87an2Miy-134" parent="1" style="rhombus;whiteSpace=wrap;html=1;" value="casa -&amp;gt; domestic (CGW)&lt;br&gt;exists?" vertex="1">
          <mxGeometry height="180" width="190" x="4860" y="2190" as="geometry" />
        </mxCell>
        <mxCell id="In8fDh9ZLN2M87an2Miy-142" edge="1" parent="1" source="In8fDh9ZLN2M87an2Miy-139" style="edgeStyle=orthogonalEdgeStyle;rounded=0;orthogonalLoop=1;jettySize=auto;html=1;entryX=0;entryY=0.5;entryDx=0;entryDy=0;" target="In8fDh9ZLN2M87an2Miy-113">
          <mxGeometry relative="1" as="geometry" />
        </mxCell>
        <mxCell id="In8fDh9ZLN2M87an2Miy-227" edge="1" parent="1" source="In8fDh9ZLN2M87an2Miy-139" style="edgeStyle=orthogonalEdgeStyle;rounded=0;orthogonalLoop=1;jettySize=auto;html=1;entryX=1;entryY=0.5;entryDx=0;entryDy=0;" target="In8fDh9ZLN2M87an2Miy-225">
          <mxGeometry relative="1" as="geometry">
            <Array as="points">
              <mxPoint x="5196" y="2460" />
            </Array>
          </mxGeometry>
        </mxCell>
        <mxCell id="In8fDh9ZLN2M87an2Miy-139" parent="1" style="rhombus;whiteSpace=wrap;html=1;" value="casa -&amp;gt; domestic (CGW)&lt;br&gt;amount match" vertex="1">
          <mxGeometry height="180" width="172.5" x="5110" y="2190" as="geometry" />
        </mxCell>
        <mxCell id="In8fDh9ZLN2M87an2Miy-147" edge="1" parent="1" source="In8fDh9ZLN2M87an2Miy-144" style="edgeStyle=orthogonalEdgeStyle;rounded=0;orthogonalLoop=1;jettySize=auto;html=1;" target="In8fDh9ZLN2M87an2Miy-146" value="">
          <mxGeometry relative="1" as="geometry" />
        </mxCell>
        <mxCell id="In8fDh9ZLN2M87an2Miy-144" parent="1" style="whiteSpace=wrap;html=1;" value="Trigger CGW" vertex="1">
          <mxGeometry height="60" width="120" x="4895" y="2510" as="geometry" />
        </mxCell>
        <mxCell id="In8fDh9ZLN2M87an2Miy-148" edge="1" parent="1" source="In8fDh9ZLN2M87an2Miy-146" style="edgeStyle=orthogonalEdgeStyle;rounded=0;orthogonalLoop=1;jettySize=auto;html=1;entryX=0.5;entryY=1;entryDx=0;entryDy=0;" target="In8fDh9ZLN2M87an2Miy-113">
          <mxGeometry relative="1" as="geometry" />
        </mxCell>
        <mxCell id="In8fDh9ZLN2M87an2Miy-150" edge="1" parent="1" source="In8fDh9ZLN2M87an2Miy-146" style="edgeStyle=orthogonalEdgeStyle;rounded=0;orthogonalLoop=1;jettySize=auto;html=1;" target="In8fDh9ZLN2M87an2Miy-149" value="">
          <mxGeometry relative="1" as="geometry" />
        </mxCell>
        <mxCell id="In8fDh9ZLN2M87an2Miy-146" parent="1" style="rhombus;whiteSpace=wrap;html=1;" value="200" vertex="1">
          <mxGeometry height="80" width="80" x="5115" y="2500" as="geometry" />
        </mxCell>
        <mxCell id="In8fDh9ZLN2M87an2Miy-149" parent="1" style="whiteSpace=wrap;html=1;" value="next_retry_at = now + 5min" vertex="1">
          <mxGeometry height="60" width="155" x="5077.5" y="2650" as="geometry" />
        </mxCell>
        <mxCell id="In8fDh9ZLN2M87an2Miy-176" edge="1" parent="1" source="In8fDh9ZLN2M87an2Miy-152" style="edgeStyle=orthogonalEdgeStyle;rounded=0;orthogonalLoop=1;jettySize=auto;html=1;" target="In8fDh9ZLN2M87an2Miy-175" value="">
          <mxGeometry relative="1" as="geometry" />
        </mxCell>
        <mxCell id="In8fDh9ZLN2M87an2Miy-244" edge="1" parent="1" source="In8fDh9ZLN2M87an2Miy-152" style="edgeStyle=orthogonalEdgeStyle;rounded=0;orthogonalLoop=1;jettySize=auto;html=1;entryX=0;entryY=0.5;entryDx=0;entryDy=0;" target="In8fDh9ZLN2M87an2Miy-162">
          <mxGeometry relative="1" as="geometry" />
        </mxCell>
        <mxCell id="In8fDh9ZLN2M87an2Miy-152" parent="1" style="rhombus;whiteSpace=wrap;html=1;" value="loan_application.amount &amp;lt;= line.available_amount" vertex="1">
          <mxGeometry height="190" width="230" x="1000" y="1040" as="geometry" />
        </mxCell>
        <mxCell id="In8fDh9ZLN2M87an2Miy-158" edge="1" parent="1" source="In8fDh9ZLN2M87an2Miy-247" style="edgeStyle=orthogonalEdgeStyle;rounded=0;orthogonalLoop=1;jettySize=auto;html=1;entryX=0;entryY=0.5;entryDx=0;entryDy=0;exitX=0.989;exitY=0.096;exitDx=0;exitDy=0;exitPerimeter=0;" target="In8fDh9ZLN2M87an2Miy-157">
          <mxGeometry relative="1" as="geometry">
            <mxPoint x="2300" y="1137.5714285714284" as="sourcePoint" />
          </mxGeometry>
        </mxCell>
        <mxCell id="In8fDh9ZLN2M87an2Miy-177" edge="1" parent="1" style="edgeStyle=orthogonalEdgeStyle;rounded=0;orthogonalLoop=1;jettySize=auto;html=1;entryX=0;entryY=0.5;entryDx=0;entryDy=0;">
          <mxGeometry relative="1" as="geometry">
            <Array as="points">
              <mxPoint x="2410" y="1165" />
              <mxPoint x="2410" y="1425" />
            </Array>
            <mxPoint x="2400" y="1165" as="sourcePoint" />
            <mxPoint x="3119.5" y="1425" as="targetPoint" />
          </mxGeometry>
        </mxCell>
        <mxCell id="In8fDh9ZLN2M87an2Miy-192" connectable="0" parent="In8fDh9ZLN2M87an2Miy-177" style="edgeLabel;html=1;align=center;verticalAlign=middle;resizable=0;points=[];" value="return warning?,&lt;br&gt;row is not scheduler&#39;s task&lt;div&gt;&lt;br&gt;&lt;/div&gt;" vertex="1">
          <mxGeometry relative="1" x="-0.7641" as="geometry">
            <mxPoint y="1" as="offset" />
          </mxGeometry>
        </mxCell>
        <mxCell id="In8fDh9ZLN2M87an2Miy-157" parent="1" style="rhombus;whiteSpace=wrap;html=1;" value="all&lt;br&gt;200" vertex="1">
          <mxGeometry height="80" width="80" x="2370" y="1097.5" as="geometry" />
        </mxCell>
        <mxCell id="In8fDh9ZLN2M87an2Miy-243" edge="1" parent="1" source="In8fDh9ZLN2M87an2Miy-161" style="edgeStyle=orthogonalEdgeStyle;rounded=0;orthogonalLoop=1;jettySize=auto;html=1;entryX=0;entryY=0.5;entryDx=0;entryDy=0;" target="In8fDh9ZLN2M87an2Miy-152">
          <mxGeometry relative="1" as="geometry" />
        </mxCell>
        <mxCell id="In8fDh9ZLN2M87an2Miy-161" parent="1" style="rounded=0;whiteSpace=wrap;html=1;" value="loan account row lock" vertex="1">
          <mxGeometry height="60" width="145" x="735" y="1105" as="geometry" />
        </mxCell>
        <mxCell id="In8fDh9ZLN2M87an2Miy-165" edge="1" parent="1" source="In8fDh9ZLN2M87an2Miy-162" style="edgeStyle=orthogonalEdgeStyle;rounded=0;orthogonalLoop=1;jettySize=auto;html=1;" target="In8fDh9ZLN2M87an2Miy-12">
          <mxGeometry relative="1" as="geometry" />
        </mxCell>
        <mxCell id="In8fDh9ZLN2M87an2Miy-162" parent="1" style="rounded=0;whiteSpace=wrap;html=1;" value="&lt;span style=&quot;font-weight: 700; text-align: left;&quot;&gt;ROWLOCK - loan_limits.held_amount += amount&lt;/span&gt;" vertex="1">
          <mxGeometry height="60" width="215" x="1345" y="1105" as="geometry" />
        </mxCell>
        <mxCell id="In8fDh9ZLN2M87an2Miy-184" edge="1" parent="1" source="In8fDh9ZLN2M87an2Miy-166" style="edgeStyle=orthogonalEdgeStyle;rounded=0;orthogonalLoop=1;jettySize=auto;html=1;" target="In8fDh9ZLN2M87an2Miy-183" value="">
          <mxGeometry relative="1" as="geometry" />
        </mxCell>
        <mxCell id="In8fDh9ZLN2M87an2Miy-166" parent="1" style="swimlane;fontStyle=0;childLayout=stackLayout;horizontal=1;startSize=30;horizontalStack=0;resizeParent=1;resizeParentMax=0;resizeLast=0;collapsible=1;marginBottom=0;whiteSpace=wrap;html=1;" value="Loan issued" vertex="1">
          <mxGeometry height="150" width="210" x="2590" y="1115" as="geometry" />
        </mxCell>
        <mxCell id="In8fDh9ZLN2M87an2Miy-167" parent="In8fDh9ZLN2M87an2Miy-166" style="text;strokeColor=none;fillColor=none;align=left;verticalAlign=middle;spacingLeft=4;spacingRight=4;overflow=hidden;points=[[0,0.5],[1,0.5]];portConstraint=eastwest;rotatable=0;whiteSpace=wrap;html=1;" value="loan_application = approved" vertex="1">
          <mxGeometry height="30" width="210" y="30" as="geometry" />
        </mxCell>
        <mxCell id="In8fDh9ZLN2M87an2Miy-168" parent="In8fDh9ZLN2M87an2Miy-166" style="text;strokeColor=none;fillColor=none;align=left;verticalAlign=middle;spacingLeft=4;spacingRight=4;overflow=hidden;points=[[0,0.5],[1,0.5]];portConstraint=eastwest;rotatable=0;whiteSpace=wrap;html=1;" value="create loan" vertex="1">
          <mxGeometry height="30" width="210" y="60" as="geometry" />
        </mxCell>
        <mxCell id="In8fDh9ZLN2M87an2Miy-169" parent="In8fDh9ZLN2M87an2Miy-166" style="text;strokeColor=none;fillColor=none;align=left;verticalAlign=middle;spacingLeft=4;spacingRight=4;overflow=hidden;points=[[0,0.5],[1,0.5]];portConstraint=eastwest;rotatable=0;whiteSpace=wrap;html=1;" value="release lock" vertex="1">
          <mxGeometry height="30" width="210" y="90" as="geometry" />
        </mxCell>
        <mxCell id="In8fDh9ZLN2M87an2Miy-191" parent="In8fDh9ZLN2M87an2Miy-166" style="text;strokeColor=none;fillColor=none;align=left;verticalAlign=middle;spacingLeft=4;spacingRight=4;overflow=hidden;points=[[0,0.5],[1,0.5]];portConstraint=eastwest;rotatable=0;whiteSpace=wrap;html=1;" value="processed_at = now" vertex="1">
          <mxGeometry height="30" width="210" y="120" as="geometry" />
        </mxCell>
        <mxCell id="In8fDh9ZLN2M87an2Miy-170" edge="1" parent="1" source="In8fDh9ZLN2M87an2Miy-157" style="edgeStyle=orthogonalEdgeStyle;rounded=0;orthogonalLoop=1;jettySize=auto;html=1;entryX=0.003;entryY=0.156;entryDx=0;entryDy=0;entryPerimeter=0;" target="In8fDh9ZLN2M87an2Miy-166">
          <mxGeometry relative="1" as="geometry" />
        </mxCell>
        <mxCell id="In8fDh9ZLN2M87an2Miy-174" parent="1" style="text;html=1;whiteSpace=wrap;strokeColor=none;fillColor=none;align=center;verticalAlign=middle;rounded=0;" value="&lt;div style=&quot;background-color:#ffffff;color:#080808&quot;&gt;&lt;pre style=&quot;font-family:&#39;JetBrains Mono&#39;,monospace;font-size:9.8pt;&quot;&gt;&lt;span style=&quot;color:#9e880d;&quot;&gt;@Transactional&lt;/span&gt;(propagation = &lt;span style=&quot;color:#000000;&quot;&gt;Propagation&lt;/span&gt;.&lt;span style=&quot;color:#871094;font-style:italic;&quot;&gt;REQUIRES_NEW&lt;/span&gt;)&lt;/pre&gt;&lt;/div&gt;" vertex="1">
          <mxGeometry height="30" width="240" x="1010" y="980" as="geometry" />
        </mxCell>
        <mxCell id="In8fDh9ZLN2M87an2Miy-175" parent="1" style="whiteSpace=wrap;html=1;" value="Rollback, return error" vertex="1">
          <mxGeometry height="60" width="132.5" x="1048.75" y="1352.5" as="geometry" />
        </mxCell>
        <mxCell id="In8fDh9ZLN2M87an2Miy-186" edge="1" parent="1" source="In8fDh9ZLN2M87an2Miy-183" style="edgeStyle=orthogonalEdgeStyle;rounded=0;orthogonalLoop=1;jettySize=auto;html=1;" target="In8fDh9ZLN2M87an2Miy-185" value="">
          <mxGeometry relative="1" as="geometry" />
        </mxCell>
        <mxCell id="In8fDh9ZLN2M87an2Miy-187" edge="1" parent="1" source="In8fDh9ZLN2M87an2Miy-183" style="edgeStyle=orthogonalEdgeStyle;rounded=0;orthogonalLoop=1;jettySize=auto;html=1;" target="In8fDh9ZLN2M87an2Miy-105">
          <mxGeometry relative="1" as="geometry">
            <Array as="points">
              <mxPoint x="2995" y="1427" />
            </Array>
          </mxGeometry>
        </mxCell>
        <mxCell id="In8fDh9ZLN2M87an2Miy-195" connectable="0" parent="In8fDh9ZLN2M87an2Miy-187" style="edgeLabel;html=1;align=center;verticalAlign=middle;resizable=0;points=[];" value="return warning?,&lt;br&gt;row is not scheduler&#39;s task&lt;div&gt;&lt;br&gt;&lt;/div&gt;" vertex="1">
          <mxGeometry relative="1" x="-0.5656" y="1" as="geometry">
            <mxPoint as="offset" />
          </mxGeometry>
        </mxCell>
        <mxCell id="In8fDh9ZLN2M87an2Miy-183" parent="1" style="rhombus;whiteSpace=wrap;html=1;fontStyle=0;startSize=30;horizontal=1;" value="db transaction success?" vertex="1">
          <mxGeometry height="135" width="130" x="2930" y="1122.5" as="geometry" />
        </mxCell>
        <mxCell id="In8fDh9ZLN2M87an2Miy-185" parent="1" style="whiteSpace=wrap;html=1;fontStyle=0;startSize=30;horizontal=1;" value="return success to client" vertex="1">
          <mxGeometry height="60" width="120" x="3145" y="1160" as="geometry" />
        </mxCell>
        <mxCell id="In8fDh9ZLN2M87an2Miy-189" parent="1" style="text;html=1;whiteSpace=wrap;strokeColor=none;fillColor=none;align=center;verticalAlign=middle;rounded=0;fontSize=26;" value="&lt;div style=&quot;background-color:#ffffff;color:#080808&quot;&gt;&lt;pre style=&quot;font-family: &amp;quot;JetBrains Mono&amp;quot;, monospace;&quot;&gt;&lt;span style=&quot;color:#9e880d;&quot;&gt;@Transactional&lt;/span&gt;(propagation = &lt;span style=&quot;color:#000000;&quot;&gt;Propagation&lt;/span&gt;.&lt;span style=&quot;color:#871094;font-style:italic;&quot;&gt;REQUIRES_NEW&lt;/span&gt;)&lt;/pre&gt;&lt;/div&gt;" vertex="1">
          <mxGeometry height="30" width="240" x="4918.87" y="1265" as="geometry" />
        </mxCell>
        <mxCell id="In8fDh9ZLN2M87an2Miy-198" parent="1" style="text;html=1;whiteSpace=wrap;strokeColor=none;fillColor=none;align=center;verticalAlign=middle;rounded=0;fontSize=32;" value="BNPL request flow" vertex="1">
          <mxGeometry height="30" width="470" x="-80" y="2930" as="geometry" />
        </mxCell>
        <mxCell id="In8fDh9ZLN2M87an2Miy-199" edge="1" parent="1" source="In8fDh9ZLN2M87an2Miy-200" style="edgeStyle=orthogonalEdgeStyle;rounded=0;orthogonalLoop=1;jettySize=auto;html=1;" target="In8fDh9ZLN2M87an2Miy-202" value="">
          <mxGeometry relative="1" as="geometry" />
        </mxCell>
        <mxCell id="In8fDh9ZLN2M87an2Miy-200" parent="1" style="shape=umlActor;verticalLabelPosition=bottom;verticalAlign=top;html=1;outlineConnect=0;" value="Actor" vertex="1">
          <mxGeometry height="60" width="30" x="20" y="3135" as="geometry" />
        </mxCell>
        <mxCell id="In8fDh9ZLN2M87an2Miy-201" edge="1" parent="1" source="In8fDh9ZLN2M87an2Miy-202" style="edgeStyle=orthogonalEdgeStyle;rounded=0;orthogonalLoop=1;jettySize=auto;html=1;entryX=0.011;entryY=0.06;entryDx=0;entryDy=0;entryPerimeter=0;" target="In8fDh9ZLN2M87an2Miy-209" value="">
          <mxGeometry relative="1" as="geometry">
            <mxPoint x="440" y="3165" as="targetPoint" />
          </mxGeometry>
        </mxCell>
        <mxCell id="In8fDh9ZLN2M87an2Miy-202" parent="1" style="whiteSpace=wrap;html=1;verticalAlign=top;" value="&lt;div&gt;&lt;br&gt;&lt;/div&gt;&lt;div&gt;One tap loan&lt;/div&gt;" vertex="1">
          <mxGeometry height="60" width="120" x="230" y="3135" as="geometry" />
        </mxCell>
        <mxCell id="In8fDh9ZLN2M87an2Miy-203" edge="1" parent="1" source="In8fDh9ZLN2M87an2Miy-205" style="edgeStyle=orthogonalEdgeStyle;rounded=0;orthogonalLoop=1;jettySize=auto;html=1;" target="In8fDh9ZLN2M87an2Miy-206" value="">
          <mxGeometry relative="1" as="geometry" />
        </mxCell>
        <mxCell id="In8fDh9ZLN2M87an2Miy-204" connectable="0" parent="In8fDh9ZLN2M87an2Miy-203" style="edgeLabel;html=1;align=center;verticalAlign=middle;resizable=0;points=[];" value="0" vertex="1">
          <mxGeometry relative="1" x="-0.2091" y="-1" as="geometry">
            <mxPoint as="offset" />
          </mxGeometry>
        </mxCell>
        <mxCell id="In8fDh9ZLN2M87an2Miy-213" edge="1" parent="1" source="In8fDh9ZLN2M87an2Miy-205" style="edgeStyle=orthogonalEdgeStyle;rounded=0;orthogonalLoop=1;jettySize=auto;html=1;" target="In8fDh9ZLN2M87an2Miy-212" value="">
          <mxGeometry relative="1" as="geometry" />
        </mxCell>
        <mxCell id="In8fDh9ZLN2M87an2Miy-205" parent="1" style="rhombus;whiteSpace=wrap;html=1;verticalAlign=top;" value="&lt;br&gt;&lt;br&gt;&lt;div&gt;&lt;br&gt;&lt;/div&gt;&lt;div&gt;Loan validation&lt;br&gt;success&lt;/div&gt;" vertex="1">
          <mxGeometry height="120" width="140" x="720" y="3105" as="geometry" />
        </mxCell>
        <mxCell id="In8fDh9ZLN2M87an2Miy-206" parent="1" style="whiteSpace=wrap;html=1;verticalAlign=middle;" value="Return err message" vertex="1">
          <mxGeometry height="60" width="120" x="730" y="3305" as="geometry" />
        </mxCell>
        <mxCell id="In8fDh9ZLN2M87an2Miy-207" edge="1" parent="1" source="In8fDh9ZLN2M87an2Miy-208" style="edgeStyle=orthogonalEdgeStyle;rounded=0;orthogonalLoop=1;jettySize=auto;html=1;entryX=0;entryY=0.5;entryDx=0;entryDy=0;" target="In8fDh9ZLN2M87an2Miy-205">
          <mxGeometry relative="1" as="geometry" />
        </mxCell>
        <mxCell id="In8fDh9ZLN2M87an2Miy-208" parent="1" style="swimlane;fontStyle=0;childLayout=stackLayout;horizontal=1;startSize=30;horizontalStack=0;resizeParent=1;resizeParentMax=0;resizeLast=0;collapsible=1;marginBottom=0;whiteSpace=wrap;html=1;" value="Validations" vertex="1">
          <mxGeometry height="120" width="140" x="460" y="3135" as="geometry" />
        </mxCell>
        <mxCell id="In8fDh9ZLN2M87an2Miy-209" parent="In8fDh9ZLN2M87an2Miy-208" style="text;strokeColor=none;fillColor=none;align=left;verticalAlign=middle;spacingLeft=4;spacingRight=4;overflow=hidden;points=[[0,0.5],[1,0.5]];portConstraint=eastwest;rotatable=0;whiteSpace=wrap;html=1;" value="user status" vertex="1">
          <mxGeometry height="30" width="140" y="30" as="geometry" />
        </mxCell>
        <mxCell id="In8fDh9ZLN2M87an2Miy-210" parent="In8fDh9ZLN2M87an2Miy-208" style="text;strokeColor=none;fillColor=none;align=left;verticalAlign=middle;spacingLeft=4;spacingRight=4;overflow=hidden;points=[[0,0.5],[1,0.5]];portConstraint=eastwest;rotatable=0;whiteSpace=wrap;html=1;" value="kyc status" vertex="1">
          <mxGeometry height="30" width="140" y="60" as="geometry" />
        </mxCell>
        <mxCell id="In8fDh9ZLN2M87an2Miy-211" parent="In8fDh9ZLN2M87an2Miy-208" style="text;strokeColor=none;fillColor=none;align=left;verticalAlign=middle;spacingLeft=4;spacingRight=4;overflow=hidden;points=[[0,0.5],[1,0.5]];portConstraint=eastwest;rotatable=0;whiteSpace=wrap;html=1;" value="loan limit status" vertex="1">
          <mxGeometry height="30" width="140" y="90" as="geometry" />
        </mxCell>
        <mxCell id="In8fDh9ZLN2M87an2Miy-212" parent="1" style="whiteSpace=wrap;html=1;verticalAlign=middle;" value="Same as one-tap ??" vertex="1">
          <mxGeometry height="60" width="120" x="950" y="3135" as="geometry" />
        </mxCell>
        <mxCell id="In8fDh9ZLN2M87an2Miy-218" edge="1" parent="1" source="In8fDh9ZLN2M87an2Miy-214" style="edgeStyle=orthogonalEdgeStyle;rounded=0;orthogonalLoop=1;jettySize=auto;html=1;entryX=0;entryY=0.5;entryDx=0;entryDy=0;" target="In8fDh9ZLN2M87an2Miy-134">
          <mxGeometry relative="1" as="geometry">
            <Array as="points">
              <mxPoint x="4860" y="2630" />
            </Array>
          </mxGeometry>
        </mxCell>
        <mxCell id="In8fDh9ZLN2M87an2Miy-221" edge="1" parent="1" source="In8fDh9ZLN2M87an2Miy-214" style="edgeStyle=orthogonalEdgeStyle;rounded=0;orthogonalLoop=1;jettySize=auto;html=1;entryX=0;entryY=0.5;entryDx=0;entryDy=0;" target="In8fDh9ZLN2M87an2Miy-149">
          <mxGeometry relative="1" as="geometry">
            <Array as="points">
              <mxPoint x="4303" y="2680" />
            </Array>
          </mxGeometry>
        </mxCell>
        <mxCell id="In8fDh9ZLN2M87an2Miy-214" parent="1" style="rhombus;whiteSpace=wrap;html=1;" value="200" vertex="1">
          <mxGeometry height="80" width="80" x="4262.62" y="2590" as="geometry" />
        </mxCell>
        <mxCell id="In8fDh9ZLN2M87an2Miy-223" edge="1" parent="1" source="In8fDh9ZLN2M87an2Miy-222" style="edgeStyle=orthogonalEdgeStyle;rounded=0;orthogonalLoop=1;jettySize=auto;html=1;" target="In8fDh9ZLN2M87an2Miy-134">
          <mxGeometry relative="1" as="geometry" />
        </mxCell>
        <mxCell id="In8fDh9ZLN2M87an2Miy-226" edge="1" parent="1" source="In8fDh9ZLN2M87an2Miy-222" style="edgeStyle=orthogonalEdgeStyle;rounded=0;orthogonalLoop=1;jettySize=auto;html=1;" target="In8fDh9ZLN2M87an2Miy-225" value="">
          <mxGeometry relative="1" as="geometry" />
        </mxCell>
        <mxCell id="In8fDh9ZLN2M87an2Miy-222" parent="1" style="rhombus;whiteSpace=wrap;html=1;" value="loan -&amp;gt; casa &lt;br&gt;amount match" vertex="1">
          <mxGeometry height="156.25" width="155" x="4561.37" y="2201.88" as="geometry" />
        </mxCell>
        <mxCell id="In8fDh9ZLN2M87an2Miy-225" parent="1" style="whiteSpace=wrap;html=1;" value="status = manual_review??" vertex="1">
          <mxGeometry height="60" width="120" x="4578.87" y="2429.995" as="geometry" />
        </mxCell>
        <mxCell id="In8fDh9ZLN2M87an2Miy-234" edge="1" parent="1" source="In8fDh9ZLN2M87an2Miy-228" style="edgeStyle=orthogonalEdgeStyle;rounded=0;orthogonalLoop=1;jettySize=auto;html=1;" target="In8fDh9ZLN2M87an2Miy-233" value="">
          <mxGeometry relative="1" as="geometry" />
        </mxCell>
        <mxCell id="In8fDh9ZLN2M87an2Miy-245" edge="1" parent="1" source="In8fDh9ZLN2M87an2Miy-228" style="edgeStyle=orthogonalEdgeStyle;rounded=0;orthogonalLoop=1;jettySize=auto;html=1;entryX=0;entryY=0.5;entryDx=0;entryDy=0;" target="In8fDh9ZLN2M87an2Miy-161">
          <mxGeometry relative="1" as="geometry" />
        </mxCell>
        <mxCell id="In8fDh9ZLN2M87an2Miy-228" parent="1" style="rhombus;whiteSpace=wrap;html=1;" value="Polaris&lt;br&gt;/line/&lt;span style=&quot;color: rgb(33, 33, 33); font-family: Inter, system-ui, -apple-system, &amp;quot;system-ui&amp;quot;, &amp;quot;Segoe UI&amp;quot;, Roboto, Oxygen, Ubuntu, Cantarell, &amp;quot;Fira Sans&amp;quot;, &amp;quot;Droid Sans&amp;quot;, Helvetica, Arial, sans-serif; text-align: left; white-space: pre-wrap; background-color: rgb(255, 255, 255);&quot;&gt;getAccountDetail&lt;/span&gt;&lt;br&gt;200" vertex="1">
          <mxGeometry height="225" width="260" x="190" y="1020" as="geometry" />
        </mxCell>
        <mxCell id="In8fDh9ZLN2M87an2Miy-236" edge="1" parent="1" source="In8fDh9ZLN2M87an2Miy-233" style="edgeStyle=orthogonalEdgeStyle;rounded=0;orthogonalLoop=1;jettySize=auto;html=1;" target="In8fDh9ZLN2M87an2Miy-235" value="">
          <mxGeometry relative="1" as="geometry" />
        </mxCell>
        <mxCell id="In8fDh9ZLN2M87an2Miy-242" edge="1" parent="1" source="In8fDh9ZLN2M87an2Miy-233" style="edgeStyle=orthogonalEdgeStyle;rounded=0;orthogonalLoop=1;jettySize=auto;html=1;entryX=0;entryY=0.5;entryDx=0;entryDy=0;" target="In8fDh9ZLN2M87an2Miy-241" value="">
          <mxGeometry relative="1" as="geometry">
            <mxPoint x="390" y="1372.5" as="targetPoint" />
          </mxGeometry>
        </mxCell>
        <mxCell id="In8fDh9ZLN2M87an2Miy-233" parent="1" style="rhombus;whiteSpace=wrap;html=1;" value="501" vertex="1">
          <mxGeometry height="80" width="80" x="280" y="1332.5" as="geometry" />
        </mxCell>
        <mxCell id="In8fDh9ZLN2M87an2Miy-238" edge="1" parent="1" source="In8fDh9ZLN2M87an2Miy-235" style="edgeStyle=orthogonalEdgeStyle;rounded=0;orthogonalLoop=1;jettySize=auto;html=1;entryX=0;entryY=0.5;entryDx=0;entryDy=0;" target="In8fDh9ZLN2M87an2Miy-237" value="">
          <mxGeometry relative="1" as="geometry">
            <mxPoint x="460" y="1555" as="targetPoint" />
          </mxGeometry>
        </mxCell>
        <mxCell id="In8fDh9ZLN2M87an2Miy-240" edge="1" parent="1" source="In8fDh9ZLN2M87an2Miy-235" style="edgeStyle=orthogonalEdgeStyle;rounded=0;orthogonalLoop=1;jettySize=auto;html=1;" target="In8fDh9ZLN2M87an2Miy-239" value="">
          <mxGeometry relative="1" as="geometry" />
        </mxCell>
        <mxCell id="In8fDh9ZLN2M87an2Miy-235" parent="1" style="rhombus;whiteSpace=wrap;html=1;" value="timeout, http err" vertex="1">
          <mxGeometry height="125" width="120" x="260" y="1492.5" as="geometry" />
        </mxCell>
        <mxCell id="In8fDh9ZLN2M87an2Miy-237" parent="1" style="whiteSpace=wrap;html=1;" value="return err msg&lt;br&gt;try again" vertex="1">
          <mxGeometry height="60" width="120" x="480" y="1525" as="geometry" />
        </mxCell>
        <mxCell id="In8fDh9ZLN2M87an2Miy-239" parent="1" style="whiteSpace=wrap;html=1;" value="return err msg&lt;br&gt;try again?" vertex="1">
          <mxGeometry height="60" width="120" x="260" y="1730" as="geometry" />
        </mxCell>
        <mxCell id="In8fDh9ZLN2M87an2Miy-241" parent="1" style="whiteSpace=wrap;html=1;" value="return err msg" vertex="1">
          <mxGeometry height="60" width="120" x="460" y="1345" as="geometry" />
        </mxCell>
        <mxCell id="In8fDh9ZLN2M87an2Miy-247" parent="1" style="swimlane;fontStyle=0;childLayout=stackLayout;horizontal=1;startSize=30;horizontalStack=0;resizeParent=1;resizeParentMax=0;resizeLast=0;collapsible=1;marginBottom=0;whiteSpace=wrap;html=1;" value="Call Polaris APIs in order:" vertex="1">
          <mxGeometry height="210" width="210" x="2090" y="1115" as="geometry" />
        </mxCell>
        <mxCell id="In8fDh9ZLN2M87an2Miy-248" parent="In8fDh9ZLN2M87an2Miy-247" style="text;strokeColor=none;fillColor=none;align=left;verticalAlign=middle;spacingLeft=4;spacingRight=4;overflow=hidden;points=[[0,0.5],[1,0.5]];portConstraint=eastwest;rotatable=0;whiteSpace=wrap;html=1;" value="&lt;span style=&quot;text-align: center;&quot;&gt;/loan/createAccount&lt;/span&gt;" vertex="1">
          <mxGeometry height="30" width="210" y="30" as="geometry" />
        </mxCell>
-         <mxCell id="In8fDh9ZLN2M87an2Miy-249" parent="In8fDh9ZLN2M87an2Miy-247" style="text;strokeColor=none;fillColor=none;align=left;verticalAlign=middle;spacingLeft=4;spacingRight=4;overflow=hidden;points=[[0,0.5],[1,0.5]];portConstraint=eastwest;rotatable=0;whiteSpace=wrap;html=1;" value="&lt;span style=&quot;text-align: center; background-color: light-dark(#ffffff, var(--ge-dark-color, #121212));&quot;&gt;/loan/openAccount&lt;/span&gt;" vertex="1">
+         <mxCell id="In8fDh9ZLN2M87an2Miy-250" parent="In8fDh9ZLN2M87an2Miy-247" style="text;strokeColor=none;fillColor=none;align=left;verticalAlign=middle;spacingLeft=4;spacingRight=4;overflow=hidden;points=[[0,0.5],[1,0.5]];portConstraint=eastwest;rotatable=0;whiteSpace=wrap;html=1;" value="&lt;span style=&quot;text-align: center;&quot;&gt;/loan/&lt;/span&gt;&lt;span style=&quot;background-color: rgb(252, 246, 219); color: rgb(0, 0, 0); font-family: &amp;quot;Anonymous Pro&amp;quot;, Menlo, Consolas, &amp;quot;Bitstream Vera Sans Mono&amp;quot;, &amp;quot;Courier New&amp;quot;, monospace; font-size: 0.9em;&quot;&gt;createNrsSchedule&lt;/span&gt;" vertex="1">
          <mxGeometry height="30" width="210" y="60" as="geometry" />
        </mxCell>
-         <mxCell id="In8fDh9ZLN2M87an2Miy-250" parent="In8fDh9ZLN2M87an2Miy-247" style="text;strokeColor=none;fillColor=none;align=left;verticalAlign=middle;spacingLeft=4;spacingRight=4;overflow=hidden;points=[[0,0.5],[1,0.5]];portConstraint=eastwest;rotatable=0;whiteSpace=wrap;html=1;" value="&lt;span style=&quot;text-align: center;&quot;&gt;/loan/&lt;/span&gt;&lt;span style=&quot;background-color: rgb(252, 246, 219); color: rgb(0, 0, 0); font-family: &amp;quot;Anonymous Pro&amp;quot;, Menlo, Consolas, &amp;quot;Bitstream Vera Sans Mono&amp;quot;, &amp;quot;Courier New&amp;quot;, monospace; font-size: 0.9em;&quot;&gt;createNrsSchedule&lt;/span&gt;" vertex="1">
+         <mxCell id="In8fDh9ZLN2M87an2Miy-257" parent="In8fDh9ZLN2M87an2Miy-247" style="text;strokeColor=none;fillColor=none;align=left;verticalAlign=middle;spacingLeft=4;spacingRight=4;overflow=hidden;points=[[0,0.5],[1,0.5]];portConstraint=eastwest;rotatable=0;whiteSpace=wrap;html=1;" value="&lt;span style=&quot;text-align: center;&quot;&gt;/loan/openAccount&lt;/span&gt;" vertex="1">
          <mxGeometry height="30" width="210" y="90" as="geometry" />
        </mxCell>
        <mxCell id="In8fDh9ZLN2M87an2Miy-251" parent="In8fDh9ZLN2M87an2Miy-247" style="text;strokeColor=none;fillColor=none;align=left;verticalAlign=middle;spacingLeft=4;spacingRight=4;overflow=hidden;points=[[0,0.5],[1,0.5]];portConstraint=eastwest;rotatable=0;whiteSpace=wrap;html=1;" value="&lt;span style=&quot;font-family: &amp;quot;Anonymous Pro&amp;quot;, Menlo, Consolas, &amp;quot;Bitstream Vera Sans Mono&amp;quot;, &amp;quot;Courier New&amp;quot;, monospace; font-size: 10.8px; white-space: pre-wrap;&quot;&gt;&lt;font style=&quot;color: light-dark(rgb(237, 237, 237), rgb(255, 255, 255));&quot;&gt;/line/linkLineAccountToLoan&lt;/font&gt;&lt;/span&gt;" vertex="1">
          <mxGeometry height="30" width="210" y="120" as="geometry" />
        </mxCell>
        <mxCell id="In8fDh9ZLN2M87an2Miy-256" parent="In8fDh9ZLN2M87an2Miy-247" style="text;strokeColor=none;fillColor=none;align=left;verticalAlign=middle;spacingLeft=4;spacingRight=4;overflow=hidden;points=[[0,0.5],[1,0.5]];portConstraint=eastwest;rotatable=0;whiteSpace=wrap;html=1;" value="&lt;span style=&quot;text-align: center;&quot;&gt;/loan/&lt;/span&gt;&lt;span style=&quot;white-space: pre-wrap; color: rgb(33, 33, 33); font-family: Inter, system-ui, -apple-system, &amp;quot;system-ui&amp;quot;, &amp;quot;Segoe UI&amp;quot;, Roboto, Oxygen, Ubuntu, Cantarell, &amp;quot;Fira Sans&amp;quot;, &amp;quot;Droid Sans&amp;quot;, Helvetica, Arial, sans-serif; background-color: rgb(255, 255, 255);&quot;&gt;grantLoanNonCash&lt;/span&gt;" vertex="1">
          <mxGeometry height="30" width="210" y="150" as="geometry" />
        </mxCell>
        <mxCell id="In8fDh9ZLN2M87an2Miy-255" parent="In8fDh9ZLN2M87an2Miy-247" style="text;strokeColor=none;fillColor=none;align=left;verticalAlign=middle;spacingLeft=4;spacingRight=4;overflow=hidden;points=[[0,0.5],[1,0.5]];portConstraint=eastwest;rotatable=0;whiteSpace=wrap;html=1;" value="&lt;font face=&quot;Inter, system-ui, -apple-system, system-ui, Segoe UI, Roboto, Oxygen, Ubuntu, Cantarell, Fira Sans, Droid Sans, Helvetica, Arial, sans-serif&quot; style=&quot;color: light-dark(rgb(188, 188, 188), rgb(255, 255, 255));&quot;&gt;&lt;span style=&quot;white-space-collapse: preserve;&quot;&gt;CGW Trigger&lt;/span&gt;&lt;/font&gt;" vertex="1">
          <mxGeometry height="30" width="210" y="180" as="geometry" />
        </mxCell>
      </root>
    </mxGraphModel>
  </diagram>
</mxfile>
